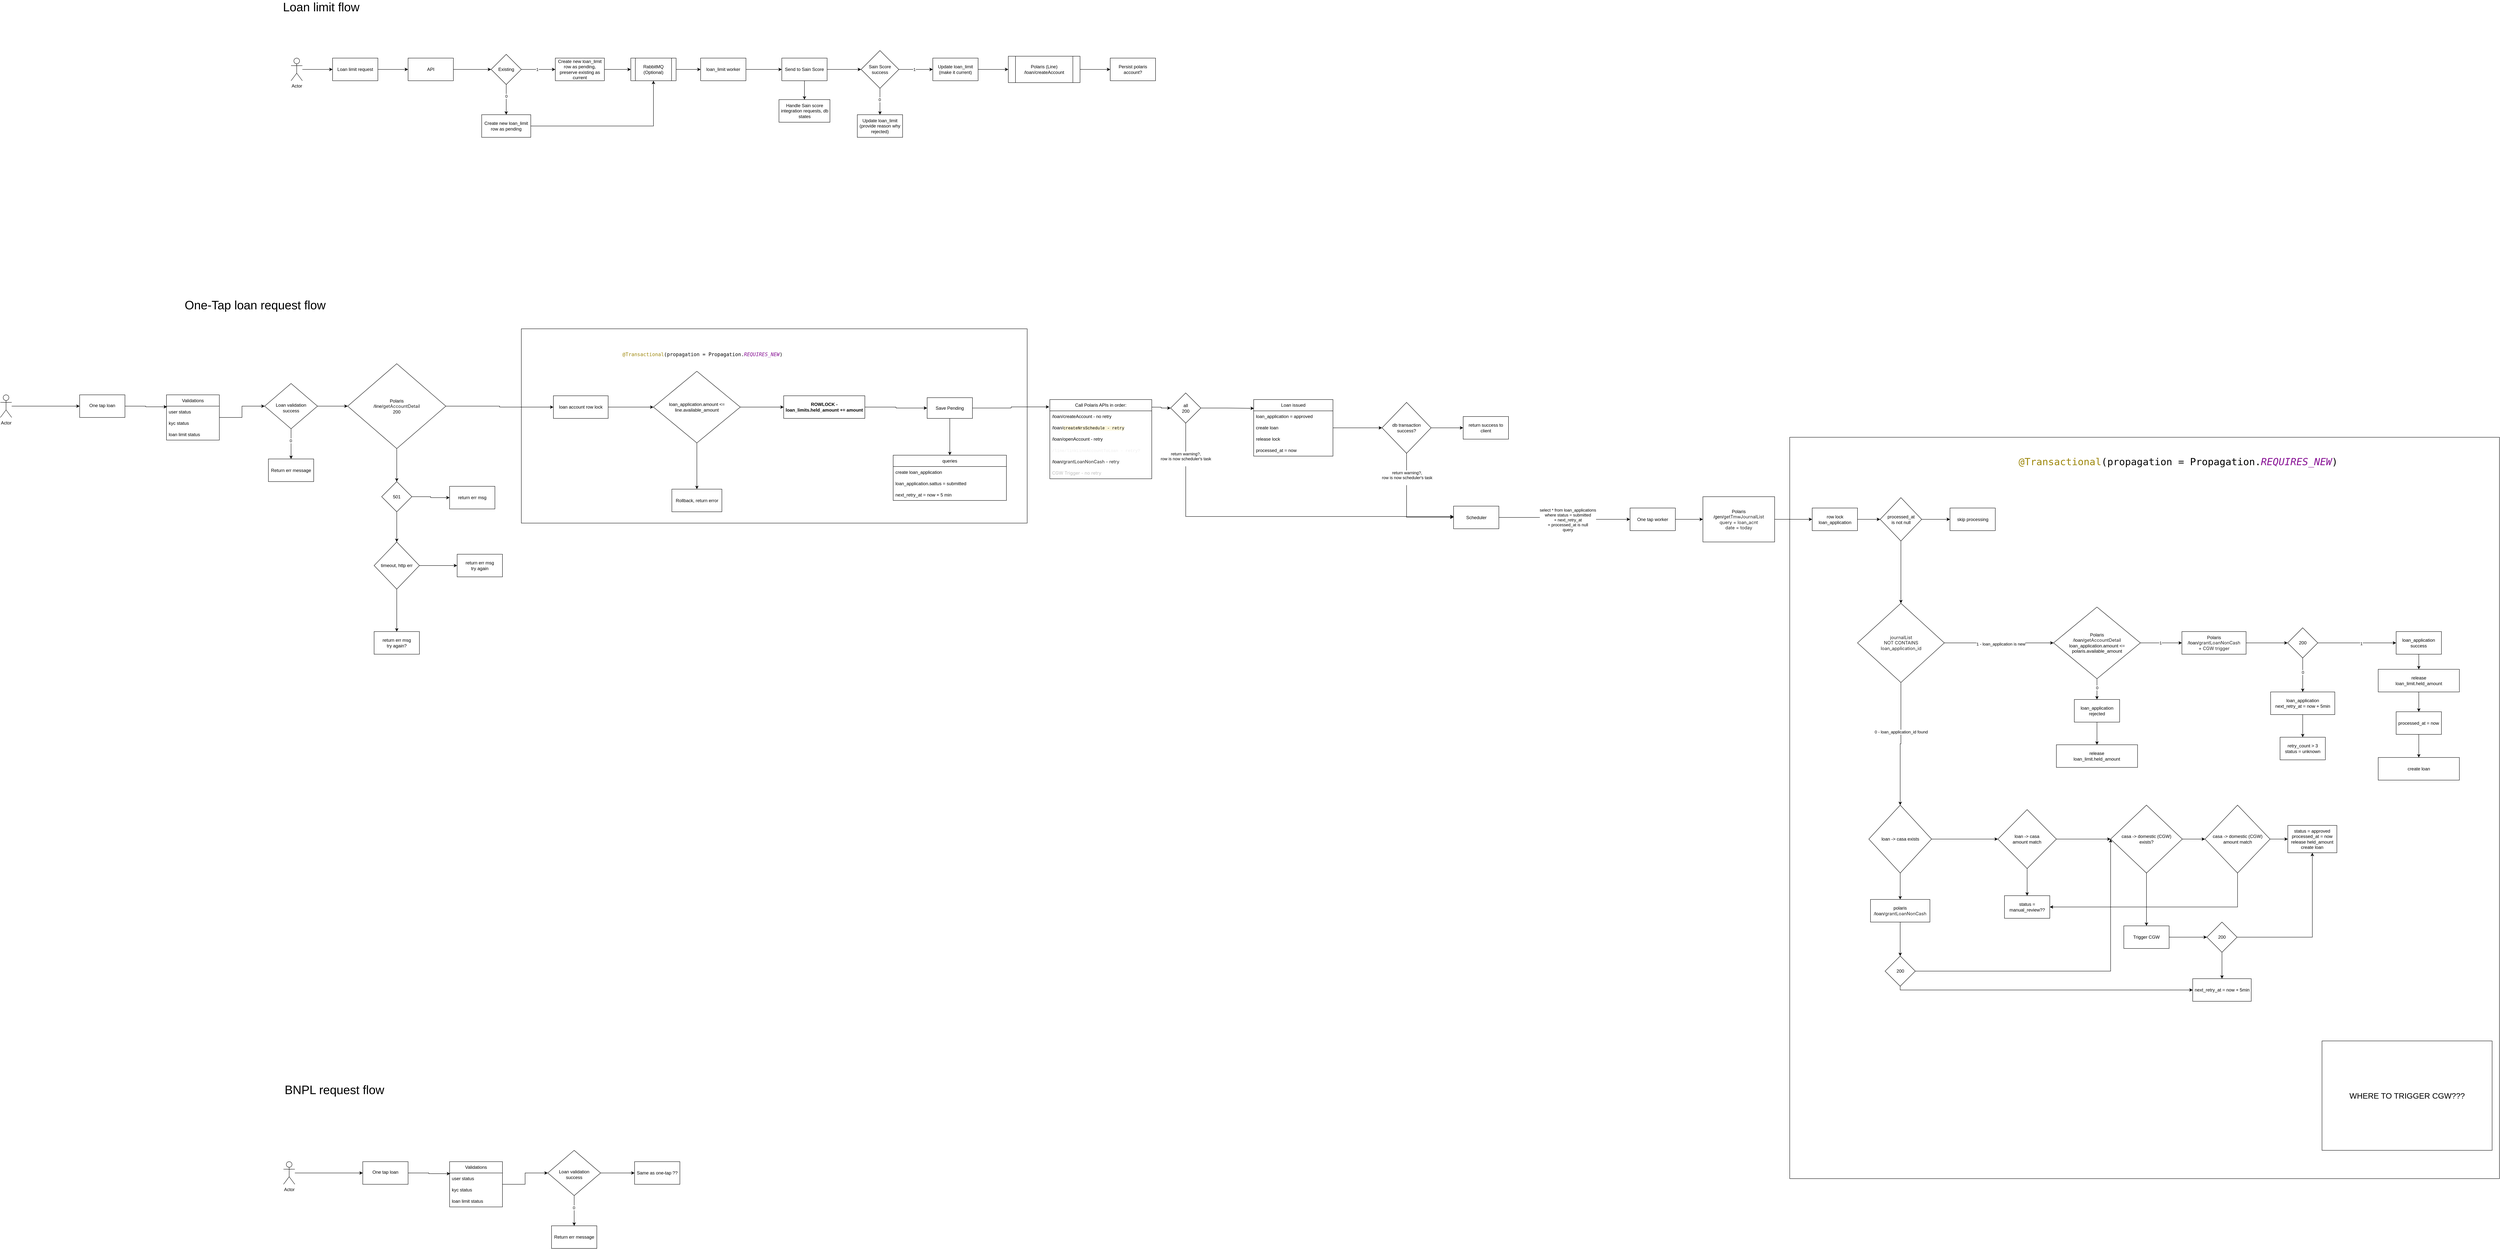
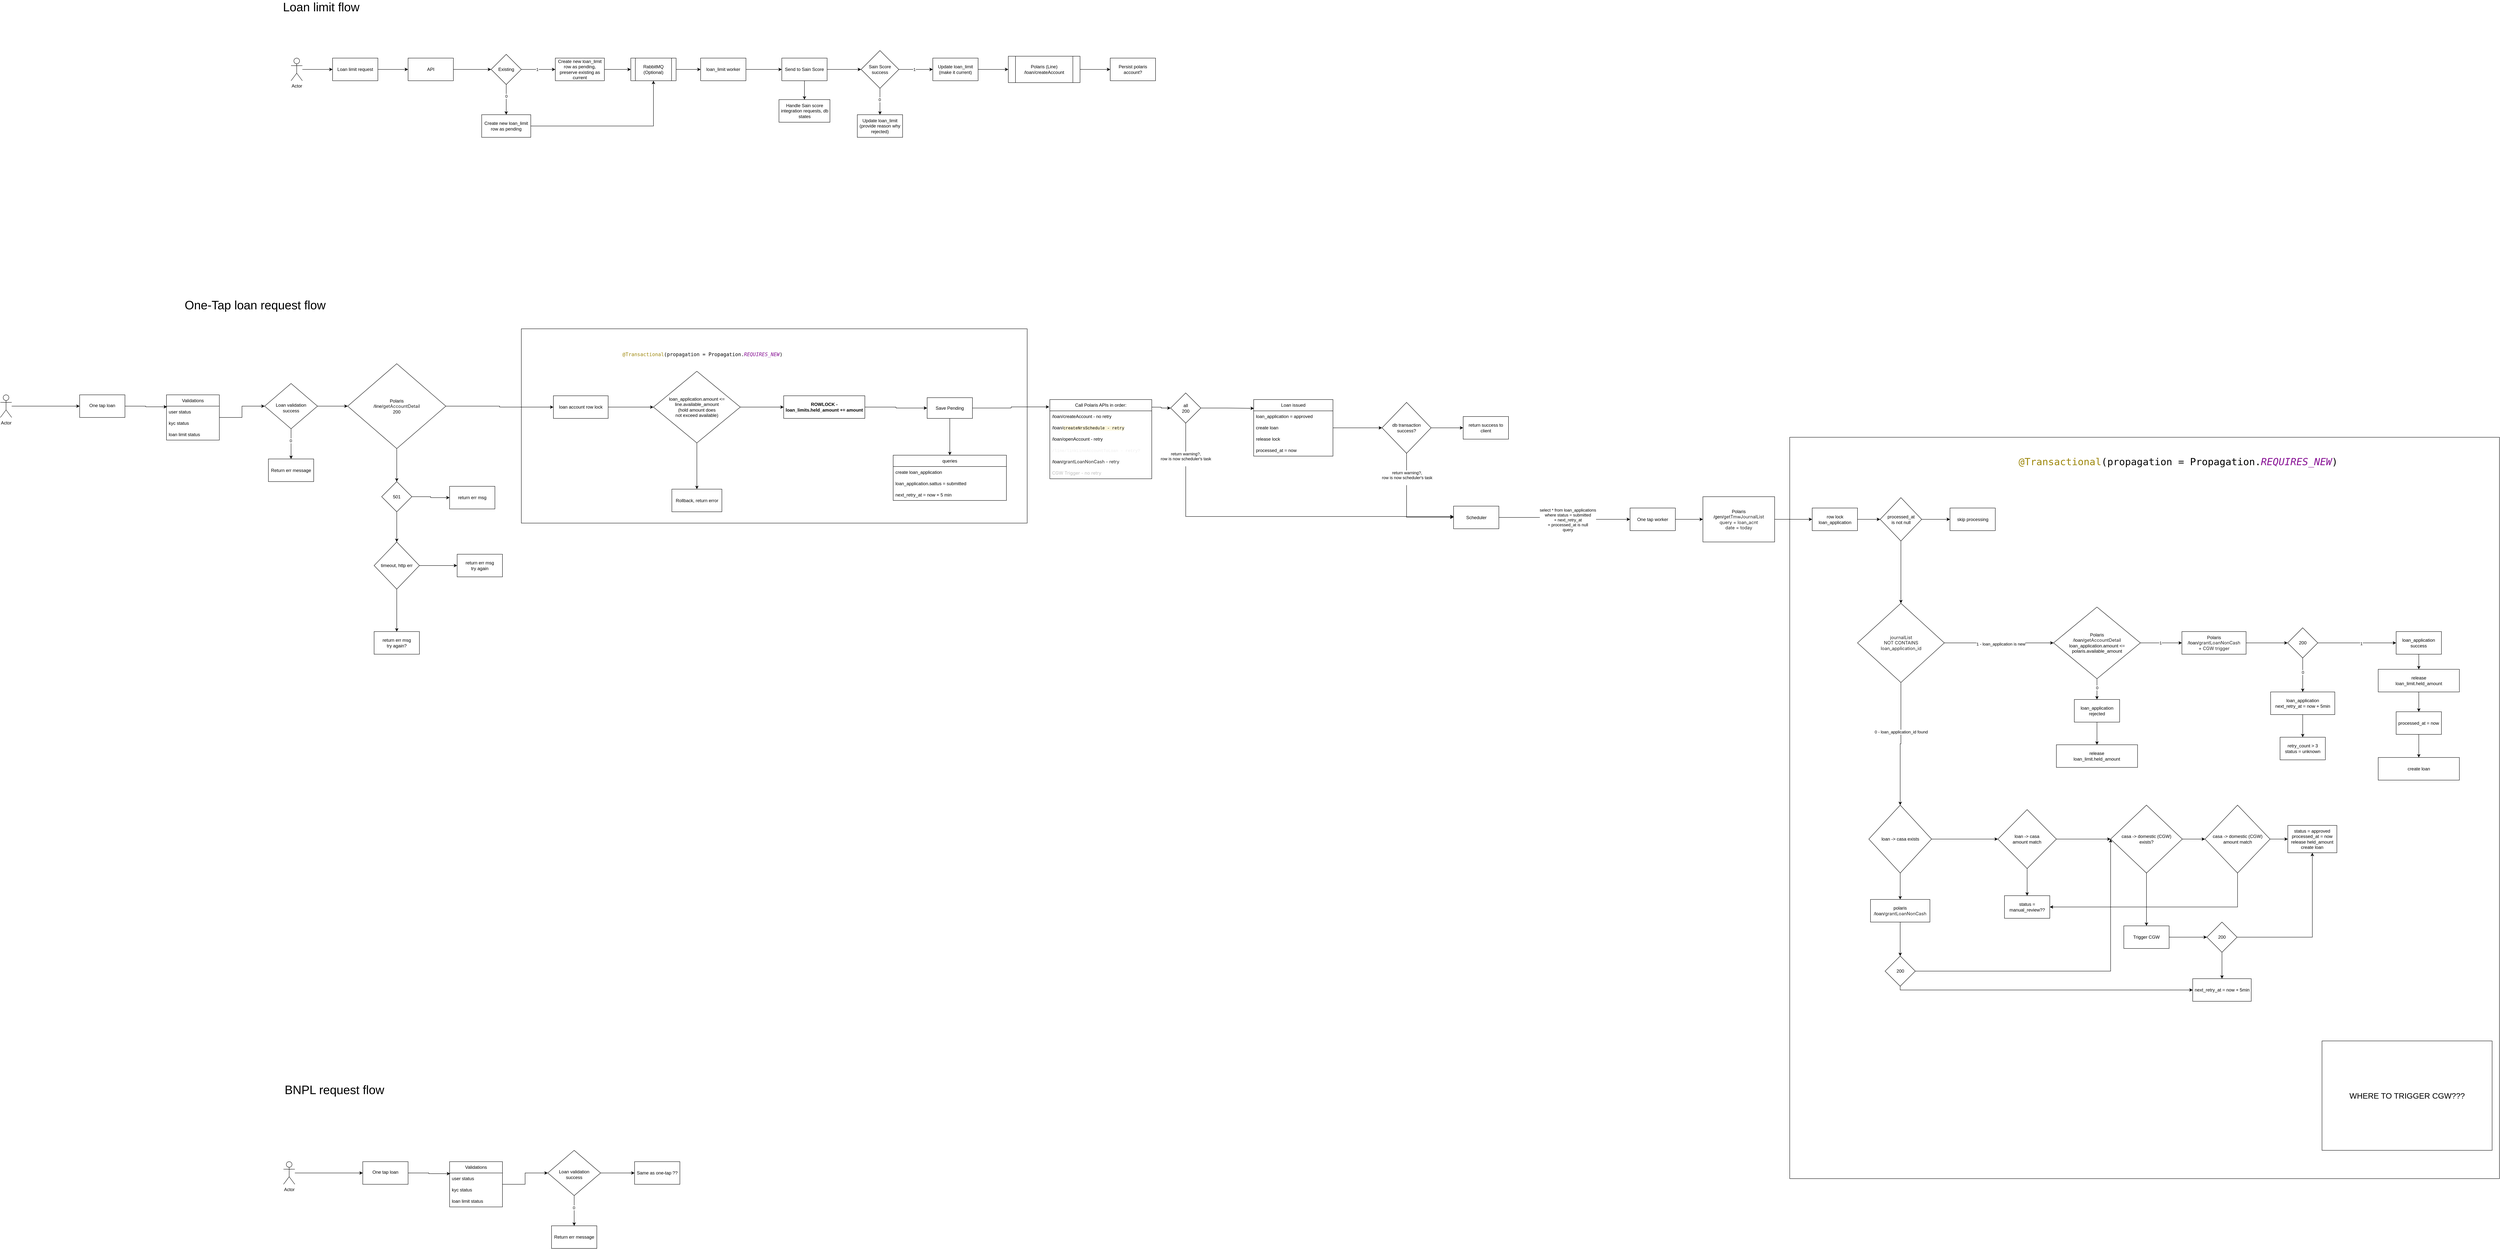
<mxfile host="app.diagrams.net">
  <diagram name="Page-1" id="VCBSuIh8bz7kurrQ0Zaz">
    <mxGraphModel dx="1638" dy="461" grid="1" gridSize="10" guides="1" tooltips="1" connect="1" arrows="1" fold="1" page="1" pageScale="1" pageWidth="850" pageHeight="1100" math="0" shadow="0">
      <root>
        <mxCell id="0" />
        <mxCell id="1" parent="0" />
        <mxCell id="In8fDh9ZLN2M87an2Miy-188" parent="1" style="rounded=0;whiteSpace=wrap;html=1;movable=0;resizable=0;rotatable=0;deletable=0;editable=0;locked=1;connectable=0;" value="" vertex="1">
          <mxGeometry height="1965" width="1880" x="4010" y="1215" as="geometry" />
        </mxCell>
        <mxCell id="In8fDh9ZLN2M87an2Miy-172" parent="1" style="rounded=0;whiteSpace=wrap;html=1;movable=1;resizable=1;rotatable=1;deletable=1;editable=1;locked=0;connectable=1;" value="" vertex="1">
          <mxGeometry height="515" width="1340" x="650" y="927.5" as="geometry" />
        </mxCell>
        <mxCell id="KqixbsF9o6dLofBvsG9t-5" edge="1" parent="1" source="KqixbsF9o6dLofBvsG9t-1" style="edgeStyle=orthogonalEdgeStyle;rounded=0;orthogonalLoop=1;jettySize=auto;html=1;" target="KqixbsF9o6dLofBvsG9t-4" value="">
          <mxGeometry relative="1" as="geometry" />
        </mxCell>
        <mxCell id="KqixbsF9o6dLofBvsG9t-1" parent="1" style="rounded=0;whiteSpace=wrap;html=1;" value="Loan limit request" vertex="1">
          <mxGeometry height="60" width="120" x="150" y="210" as="geometry" />
        </mxCell>
        <mxCell id="KqixbsF9o6dLofBvsG9t-3" edge="1" parent="1" source="KqixbsF9o6dLofBvsG9t-2" style="edgeStyle=orthogonalEdgeStyle;rounded=0;orthogonalLoop=1;jettySize=auto;html=1;" target="KqixbsF9o6dLofBvsG9t-1" value="">
          <mxGeometry relative="1" as="geometry" />
        </mxCell>
        <mxCell id="KqixbsF9o6dLofBvsG9t-2" parent="1" style="shape=umlActor;verticalLabelPosition=bottom;verticalAlign=top;html=1;outlineConnect=0;" value="Actor" vertex="1">
          <mxGeometry height="60" width="30" x="40" y="210" as="geometry" />
        </mxCell>
        <mxCell id="KqixbsF9o6dLofBvsG9t-9" edge="1" parent="1" source="KqixbsF9o6dLofBvsG9t-4" style="edgeStyle=orthogonalEdgeStyle;rounded=0;orthogonalLoop=1;jettySize=auto;html=1;" target="KqixbsF9o6dLofBvsG9t-8" value="">
          <mxGeometry relative="1" as="geometry" />
        </mxCell>
        <mxCell id="KqixbsF9o6dLofBvsG9t-4" parent="1" style="rounded=0;whiteSpace=wrap;html=1;" value="API" vertex="1">
          <mxGeometry height="60" width="120" x="350" y="210" as="geometry" />
        </mxCell>
        <mxCell id="KqixbsF9o6dLofBvsG9t-11" edge="1" parent="1" source="KqixbsF9o6dLofBvsG9t-8" style="edgeStyle=orthogonalEdgeStyle;rounded=0;orthogonalLoop=1;jettySize=auto;html=1;" target="KqixbsF9o6dLofBvsG9t-10" value="">
          <mxGeometry relative="1" as="geometry" />
        </mxCell>
        <mxCell id="KqixbsF9o6dLofBvsG9t-12" connectable="0" parent="KqixbsF9o6dLofBvsG9t-11" style="edgeLabel;html=1;align=center;verticalAlign=middle;resizable=0;points=[];" value="1" vertex="1">
          <mxGeometry relative="1" x="-0.079" as="geometry">
            <mxPoint as="offset" />
          </mxGeometry>
        </mxCell>
        <mxCell id="KqixbsF9o6dLofBvsG9t-14" edge="1" parent="1" source="KqixbsF9o6dLofBvsG9t-8" style="edgeStyle=orthogonalEdgeStyle;rounded=0;orthogonalLoop=1;jettySize=auto;html=1;" target="KqixbsF9o6dLofBvsG9t-13" value="">
          <mxGeometry relative="1" as="geometry" />
        </mxCell>
        <mxCell id="KqixbsF9o6dLofBvsG9t-15" connectable="0" parent="KqixbsF9o6dLofBvsG9t-14" style="edgeLabel;html=1;align=center;verticalAlign=middle;resizable=0;points=[];" value="0" vertex="1">
          <mxGeometry relative="1" x="-0.2407" as="geometry">
            <mxPoint as="offset" />
          </mxGeometry>
        </mxCell>
        <mxCell id="KqixbsF9o6dLofBvsG9t-8" parent="1" style="rhombus;whiteSpace=wrap;html=1;rounded=0;" value="Existing" vertex="1">
          <mxGeometry height="80" width="80" x="570" y="200" as="geometry" />
        </mxCell>
        <mxCell id="KqixbsF9o6dLofBvsG9t-23" edge="1" parent="1" source="KqixbsF9o6dLofBvsG9t-10" style="edgeStyle=orthogonalEdgeStyle;rounded=0;orthogonalLoop=1;jettySize=auto;html=1;" target="KqixbsF9o6dLofBvsG9t-22" value="">
          <mxGeometry relative="1" as="geometry" />
        </mxCell>
        <mxCell id="KqixbsF9o6dLofBvsG9t-10" parent="1" style="whiteSpace=wrap;html=1;rounded=0;" value="Create new loan_limit row as pending, preserve existing as current" vertex="1">
          <mxGeometry height="60" width="130" x="740" y="210" as="geometry" />
        </mxCell>
        <mxCell id="KqixbsF9o6dLofBvsG9t-26" edge="1" parent="1" source="KqixbsF9o6dLofBvsG9t-13" style="edgeStyle=orthogonalEdgeStyle;rounded=0;orthogonalLoop=1;jettySize=auto;html=1;entryX=0.5;entryY=1;entryDx=0;entryDy=0;" target="KqixbsF9o6dLofBvsG9t-22">
          <mxGeometry relative="1" as="geometry" />
        </mxCell>
        <mxCell id="KqixbsF9o6dLofBvsG9t-13" parent="1" style="whiteSpace=wrap;html=1;rounded=0;" value="Create new loan_limit row as pending" vertex="1">
          <mxGeometry height="60" width="130" x="545" y="360" as="geometry" />
        </mxCell>
        <mxCell id="KqixbsF9o6dLofBvsG9t-25" edge="1" parent="1" source="KqixbsF9o6dLofBvsG9t-22" style="edgeStyle=orthogonalEdgeStyle;rounded=0;orthogonalLoop=1;jettySize=auto;html=1;" target="KqixbsF9o6dLofBvsG9t-24" value="">
          <mxGeometry relative="1" as="geometry" />
        </mxCell>
        <mxCell id="KqixbsF9o6dLofBvsG9t-22" parent="1" style="shape=process;whiteSpace=wrap;html=1;backgroundOutline=1;rounded=0;" value="RabbitMQ (Optional)" vertex="1">
          <mxGeometry height="60" width="120" x="940" y="210" as="geometry" />
        </mxCell>
        <mxCell id="KqixbsF9o6dLofBvsG9t-28" edge="1" parent="1" source="KqixbsF9o6dLofBvsG9t-24" style="edgeStyle=orthogonalEdgeStyle;rounded=0;orthogonalLoop=1;jettySize=auto;html=1;" target="KqixbsF9o6dLofBvsG9t-27" value="">
          <mxGeometry relative="1" as="geometry" />
        </mxCell>
        <mxCell id="KqixbsF9o6dLofBvsG9t-24" parent="1" style="whiteSpace=wrap;html=1;rounded=0;" value="loan_limit worker" vertex="1">
          <mxGeometry height="60" width="120" x="1125" y="210" as="geometry" />
        </mxCell>
        <mxCell id="KqixbsF9o6dLofBvsG9t-30" edge="1" parent="1" source="KqixbsF9o6dLofBvsG9t-27" style="edgeStyle=orthogonalEdgeStyle;rounded=0;orthogonalLoop=1;jettySize=auto;html=1;" target="KqixbsF9o6dLofBvsG9t-29" value="">
          <mxGeometry relative="1" as="geometry" />
        </mxCell>
        <mxCell id="KqixbsF9o6dLofBvsG9t-38" edge="1" parent="1" source="KqixbsF9o6dLofBvsG9t-27" style="edgeStyle=orthogonalEdgeStyle;rounded=0;orthogonalLoop=1;jettySize=auto;html=1;" target="KqixbsF9o6dLofBvsG9t-37" value="">
          <mxGeometry relative="1" as="geometry" />
        </mxCell>
        <mxCell id="KqixbsF9o6dLofBvsG9t-27" parent="1" style="whiteSpace=wrap;html=1;rounded=0;" value="Send to Sain Score" vertex="1">
          <mxGeometry height="60" width="120" x="1340" y="210" as="geometry" />
        </mxCell>
        <mxCell id="KqixbsF9o6dLofBvsG9t-32" edge="1" parent="1" source="KqixbsF9o6dLofBvsG9t-29" style="edgeStyle=orthogonalEdgeStyle;rounded=0;orthogonalLoop=1;jettySize=auto;html=1;" target="KqixbsF9o6dLofBvsG9t-31" value="">
          <mxGeometry relative="1" as="geometry" />
        </mxCell>
        <mxCell id="KqixbsF9o6dLofBvsG9t-33" connectable="0" parent="KqixbsF9o6dLofBvsG9t-32" style="edgeLabel;html=1;align=center;verticalAlign=middle;resizable=0;points=[];" value="1" vertex="1">
          <mxGeometry relative="1" x="-0.1048" as="geometry">
            <mxPoint as="offset" />
          </mxGeometry>
        </mxCell>
        <mxCell id="KqixbsF9o6dLofBvsG9t-35" edge="1" parent="1" source="KqixbsF9o6dLofBvsG9t-29" style="edgeStyle=orthogonalEdgeStyle;rounded=0;orthogonalLoop=1;jettySize=auto;html=1;" target="KqixbsF9o6dLofBvsG9t-34" value="">
          <mxGeometry relative="1" as="geometry" />
        </mxCell>
        <mxCell id="KqixbsF9o6dLofBvsG9t-36" connectable="0" parent="KqixbsF9o6dLofBvsG9t-35" style="edgeLabel;html=1;align=center;verticalAlign=middle;resizable=0;points=[];" value="0" vertex="1">
          <mxGeometry relative="1" x="-0.1429" y="-1" as="geometry">
            <mxPoint as="offset" />
          </mxGeometry>
        </mxCell>
        <mxCell id="KqixbsF9o6dLofBvsG9t-29" parent="1" style="rhombus;whiteSpace=wrap;html=1;rounded=0;" value="Sain Score success" vertex="1">
          <mxGeometry height="100" width="100" x="1550" y="190" as="geometry" />
        </mxCell>
        <mxCell id="KqixbsF9o6dLofBvsG9t-66" edge="1" parent="1" source="KqixbsF9o6dLofBvsG9t-31" style="edgeStyle=orthogonalEdgeStyle;rounded=0;orthogonalLoop=1;jettySize=auto;html=1;" target="KqixbsF9o6dLofBvsG9t-65" value="">
          <mxGeometry relative="1" as="geometry" />
        </mxCell>
        <mxCell id="KqixbsF9o6dLofBvsG9t-31" parent="1" style="whiteSpace=wrap;html=1;rounded=0;" value="Update loan_limit (make it current)" vertex="1">
          <mxGeometry height="60" width="120" x="1740" y="210" as="geometry" />
        </mxCell>
        <mxCell id="KqixbsF9o6dLofBvsG9t-34" parent="1" style="whiteSpace=wrap;html=1;rounded=0;" value="Update loan_limit&lt;br&gt;(provide reason why rejected)" vertex="1">
          <mxGeometry height="60" width="120" x="1540" y="360" as="geometry" />
        </mxCell>
        <mxCell id="KqixbsF9o6dLofBvsG9t-37" parent="1" style="whiteSpace=wrap;html=1;rounded=0;" value="Handle Sain score integration requests, db states" vertex="1">
          <mxGeometry height="60" width="135" x="1332.5" y="320" as="geometry" />
        </mxCell>
        <mxCell id="KqixbsF9o6dLofBvsG9t-40" parent="1" style="text;html=1;whiteSpace=wrap;strokeColor=none;fillColor=none;align=center;verticalAlign=middle;rounded=0;fontSize=32;" value="Loan limit flow" vertex="1">
          <mxGeometry height="30" width="260" x="-10" y="60" as="geometry" />
        </mxCell>
        <mxCell id="KqixbsF9o6dLofBvsG9t-74" edge="1" parent="1" source="KqixbsF9o6dLofBvsG9t-65" style="edgeStyle=orthogonalEdgeStyle;rounded=0;orthogonalLoop=1;jettySize=auto;html=1;" target="KqixbsF9o6dLofBvsG9t-73" value="">
          <mxGeometry relative="1" as="geometry" />
        </mxCell>
        <mxCell id="KqixbsF9o6dLofBvsG9t-65" parent="1" style="shape=process;whiteSpace=wrap;html=1;backgroundOutline=1;rounded=0;" value="Polaris (Line)&lt;br&gt;/loan/createAccount" vertex="1">
          <mxGeometry height="70" width="190" x="1940" y="205" as="geometry" />
        </mxCell>
        <mxCell id="KqixbsF9o6dLofBvsG9t-73" parent="1" style="whiteSpace=wrap;html=1;rounded=0;" value="Persist polaris account?" vertex="1">
          <mxGeometry height="60" width="120" x="2210" y="210" as="geometry" />
        </mxCell>
        <mxCell id="U8Ajh8Gpa-m2DNKNFQys-1" parent="1" style="text;html=1;whiteSpace=wrap;strokeColor=none;fillColor=none;align=center;verticalAlign=middle;rounded=0;fontSize=32;" value="One-Tap loan request flow" vertex="1">
          <mxGeometry height="30" width="470" x="-290" y="850" as="geometry" />
        </mxCell>
        <mxCell id="In8fDh9ZLN2M87an2Miy-1" edge="1" parent="1" source="In8fDh9ZLN2M87an2Miy-2" style="edgeStyle=orthogonalEdgeStyle;rounded=0;orthogonalLoop=1;jettySize=auto;html=1;" target="In8fDh9ZLN2M87an2Miy-4" value="">
          <mxGeometry relative="1" as="geometry" />
        </mxCell>
        <mxCell id="In8fDh9ZLN2M87an2Miy-2" parent="1" style="shape=umlActor;verticalLabelPosition=bottom;verticalAlign=top;html=1;outlineConnect=0;" value="Actor" vertex="1">
          <mxGeometry height="60" width="30" x="-730" y="1102.5" as="geometry" />
        </mxCell>
        <mxCell id="In8fDh9ZLN2M87an2Miy-3" edge="1" parent="1" source="In8fDh9ZLN2M87an2Miy-4" style="edgeStyle=orthogonalEdgeStyle;rounded=0;orthogonalLoop=1;jettySize=auto;html=1;entryX=0.011;entryY=0.06;entryDx=0;entryDy=0;entryPerimeter=0;" target="In8fDh9ZLN2M87an2Miy-28" value="">
          <mxGeometry relative="1" as="geometry">
            <mxPoint x="-310" y="1132.5" as="targetPoint" />
          </mxGeometry>
        </mxCell>
        <mxCell id="In8fDh9ZLN2M87an2Miy-4" parent="1" style="whiteSpace=wrap;html=1;verticalAlign=top;" value="&lt;div&gt;&lt;br&gt;&lt;/div&gt;&lt;div&gt;One tap loan&lt;/div&gt;" vertex="1">
          <mxGeometry height="60" width="120" x="-520" y="1102.5" as="geometry" />
        </mxCell>
        <mxCell id="In8fDh9ZLN2M87an2Miy-7" edge="1" parent="1" source="In8fDh9ZLN2M87an2Miy-9" style="edgeStyle=orthogonalEdgeStyle;rounded=0;orthogonalLoop=1;jettySize=auto;html=1;" target="In8fDh9ZLN2M87an2Miy-13" value="">
          <mxGeometry relative="1" as="geometry" />
        </mxCell>
        <mxCell id="In8fDh9ZLN2M87an2Miy-8" connectable="0" parent="In8fDh9ZLN2M87an2Miy-7" style="edgeLabel;html=1;align=center;verticalAlign=middle;resizable=0;points=[];" value="0" vertex="1">
          <mxGeometry relative="1" x="-0.2091" y="-1" as="geometry">
            <mxPoint as="offset" />
          </mxGeometry>
        </mxCell>
        <mxCell id="In8fDh9ZLN2M87an2Miy-230" edge="1" parent="1" source="In8fDh9ZLN2M87an2Miy-9" style="edgeStyle=orthogonalEdgeStyle;rounded=0;orthogonalLoop=1;jettySize=auto;html=1;" target="In8fDh9ZLN2M87an2Miy-228">
          <mxGeometry relative="1" as="geometry" />
        </mxCell>
        <mxCell id="In8fDh9ZLN2M87an2Miy-9" parent="1" style="rhombus;whiteSpace=wrap;html=1;verticalAlign=top;" value="&lt;br&gt;&lt;br&gt;&lt;div&gt;&lt;br&gt;&lt;/div&gt;&lt;div&gt;Loan validation&lt;br&gt;success&lt;/div&gt;" vertex="1">
          <mxGeometry height="120" width="140" x="-30" y="1072.5" as="geometry" />
        </mxCell>
        <mxCell id="In8fDh9ZLN2M87an2Miy-10" edge="1" parent="1" source="In8fDh9ZLN2M87an2Miy-12" style="edgeStyle=orthogonalEdgeStyle;rounded=0;orthogonalLoop=1;jettySize=auto;html=1;entryX=0.5;entryY=0;entryDx=0;entryDy=0;" target="In8fDh9ZLN2M87an2Miy-14">
          <mxGeometry relative="1" as="geometry" />
        </mxCell>
        <mxCell id="In8fDh9ZLN2M87an2Miy-54" edge="1" parent="1" source="In8fDh9ZLN2M87an2Miy-105" style="edgeStyle=orthogonalEdgeStyle;rounded=0;orthogonalLoop=1;jettySize=auto;html=1;exitX=1;exitY=0.5;exitDx=0;exitDy=0;" target="In8fDh9ZLN2M87an2Miy-53" value="">
          <mxGeometry relative="1" as="geometry">
            <mxPoint x="3329.5" y="1432.5" as="sourcePoint" />
          </mxGeometry>
        </mxCell>
        <mxCell id="In8fDh9ZLN2M87an2Miy-55" connectable="0" parent="In8fDh9ZLN2M87an2Miy-54" style="edgeLabel;html=1;align=center;verticalAlign=middle;resizable=0;points=[];" value="select * from loan_applications&lt;br&gt;where status = submitted&lt;br&gt;+ next_retry_at&lt;br&gt;+ processed_at is null&lt;br&gt;query" vertex="1">
          <mxGeometry relative="1" x="0.0637" y="-1" as="geometry">
            <mxPoint as="offset" />
          </mxGeometry>
        </mxCell>
        <mxCell id="In8fDh9ZLN2M87an2Miy-246" edge="1" parent="1" source="In8fDh9ZLN2M87an2Miy-12" style="edgeStyle=orthogonalEdgeStyle;rounded=0;orthogonalLoop=1;jettySize=auto;html=1;entryX=-0.006;entryY=0.093;entryDx=0;entryDy=0;entryPerimeter=0;" target="In8fDh9ZLN2M87an2Miy-247">
          <mxGeometry relative="1" as="geometry">
            <mxPoint x="2090" y="1137.5" as="targetPoint" />
          </mxGeometry>
        </mxCell>
        <mxCell id="In8fDh9ZLN2M87an2Miy-12" parent="1" style="whiteSpace=wrap;html=1;verticalAlign=middle;" value="Save Pending" vertex="1">
          <mxGeometry height="55" width="120" x="1725" y="1110" as="geometry" />
        </mxCell>
        <mxCell id="In8fDh9ZLN2M87an2Miy-13" parent="1" style="whiteSpace=wrap;html=1;verticalAlign=middle;" value="Return err message" vertex="1">
          <mxGeometry height="60" width="120" x="-20" y="1272.5" as="geometry" />
        </mxCell>
        <mxCell id="In8fDh9ZLN2M87an2Miy-14" parent="1" style="swimlane;fontStyle=0;childLayout=stackLayout;horizontal=1;startSize=30;horizontalStack=0;resizeParent=1;resizeParentMax=0;resizeLast=0;collapsible=1;marginBottom=0;whiteSpace=wrap;html=1;" value="queries" vertex="1">
          <mxGeometry height="120" width="300" x="1635" y="1262.5" as="geometry" />
        </mxCell>
        <mxCell id="In8fDh9ZLN2M87an2Miy-15" parent="In8fDh9ZLN2M87an2Miy-14" style="text;strokeColor=none;fillColor=none;align=left;verticalAlign=middle;spacingLeft=4;spacingRight=4;overflow=hidden;points=[[0,0.5],[1,0.5]];portConstraint=eastwest;rotatable=0;whiteSpace=wrap;html=1;" value="create loan_application" vertex="1">
          <mxGeometry height="30" width="300" y="30" as="geometry" />
        </mxCell>
        <mxCell id="In8fDh9ZLN2M87an2Miy-104" parent="In8fDh9ZLN2M87an2Miy-14" style="text;strokeColor=none;fillColor=none;align=left;verticalAlign=middle;spacingLeft=4;spacingRight=4;overflow=hidden;points=[[0,0.5],[1,0.5]];portConstraint=eastwest;rotatable=0;whiteSpace=wrap;html=1;" value="loan_application.sattus = submitted" vertex="1">
          <mxGeometry height="30" width="300" y="60" as="geometry" />
        </mxCell>
        <mxCell id="In8fDh9ZLN2M87an2Miy-17" parent="In8fDh9ZLN2M87an2Miy-14" style="text;strokeColor=none;fillColor=none;align=left;verticalAlign=middle;spacingLeft=4;spacingRight=4;overflow=hidden;points=[[0,0.5],[1,0.5]];portConstraint=eastwest;rotatable=0;whiteSpace=wrap;html=1;" value="next_retry_at = now + 5 min" vertex="1">
          <mxGeometry height="30" width="300" y="90" as="geometry" />
        </mxCell>
        <mxCell id="In8fDh9ZLN2M87an2Miy-32" edge="1" parent="1" source="In8fDh9ZLN2M87an2Miy-27" style="edgeStyle=orthogonalEdgeStyle;rounded=0;orthogonalLoop=1;jettySize=auto;html=1;entryX=0;entryY=0.5;entryDx=0;entryDy=0;" target="In8fDh9ZLN2M87an2Miy-9">
          <mxGeometry relative="1" as="geometry" />
        </mxCell>
        <mxCell id="In8fDh9ZLN2M87an2Miy-27" parent="1" style="swimlane;fontStyle=0;childLayout=stackLayout;horizontal=1;startSize=30;horizontalStack=0;resizeParent=1;resizeParentMax=0;resizeLast=0;collapsible=1;marginBottom=0;whiteSpace=wrap;html=1;" value="Validations" vertex="1">
          <mxGeometry height="120" width="140" x="-290" y="1102.5" as="geometry" />
        </mxCell>
        <mxCell id="In8fDh9ZLN2M87an2Miy-28" parent="In8fDh9ZLN2M87an2Miy-27" style="text;strokeColor=none;fillColor=none;align=left;verticalAlign=middle;spacingLeft=4;spacingRight=4;overflow=hidden;points=[[0,0.5],[1,0.5]];portConstraint=eastwest;rotatable=0;whiteSpace=wrap;html=1;" value="user status" vertex="1">
          <mxGeometry height="30" width="140" y="30" as="geometry" />
        </mxCell>
        <mxCell id="In8fDh9ZLN2M87an2Miy-29" parent="In8fDh9ZLN2M87an2Miy-27" style="text;strokeColor=none;fillColor=none;align=left;verticalAlign=middle;spacingLeft=4;spacingRight=4;overflow=hidden;points=[[0,0.5],[1,0.5]];portConstraint=eastwest;rotatable=0;whiteSpace=wrap;html=1;" value="kyc status" vertex="1">
          <mxGeometry height="30" width="140" y="60" as="geometry" />
        </mxCell>
        <mxCell id="In8fDh9ZLN2M87an2Miy-33" parent="In8fDh9ZLN2M87an2Miy-27" style="text;strokeColor=none;fillColor=none;align=left;verticalAlign=middle;spacingLeft=4;spacingRight=4;overflow=hidden;points=[[0,0.5],[1,0.5]];portConstraint=eastwest;rotatable=0;whiteSpace=wrap;html=1;" value="loan limit status" vertex="1">
          <mxGeometry height="30" width="140" y="90" as="geometry" />
        </mxCell>
        <mxCell id="In8fDh9ZLN2M87an2Miy-116" edge="1" parent="1" source="In8fDh9ZLN2M87an2Miy-53" style="edgeStyle=orthogonalEdgeStyle;rounded=0;orthogonalLoop=1;jettySize=auto;html=1;entryX=0;entryY=0.5;entryDx=0;entryDy=0;" target="In8fDh9ZLN2M87an2Miy-68">
          <mxGeometry relative="1" as="geometry" />
        </mxCell>
        <mxCell id="In8fDh9ZLN2M87an2Miy-53" parent="1" style="whiteSpace=wrap;html=1;" value="One tap worker" vertex="1">
          <mxGeometry height="60" width="120" x="3587" y="1402.5" as="geometry" />
        </mxCell>
        <mxCell id="In8fDh9ZLN2M87an2Miy-67" edge="1" parent="1" source="In8fDh9ZLN2M87an2Miy-58" style="edgeStyle=orthogonalEdgeStyle;rounded=0;orthogonalLoop=1;jettySize=auto;html=1;entryX=0;entryY=0.5;entryDx=0;entryDy=0;" target="In8fDh9ZLN2M87an2Miy-66" value="">
          <mxGeometry relative="1" as="geometry">
            <mxPoint x="5343.87" y="1760" as="targetPoint" />
          </mxGeometry>
        </mxCell>
        <mxCell id="In8fDh9ZLN2M87an2Miy-58" parent="1" style="whiteSpace=wrap;html=1;" value="Polaris /loan/&lt;span style=&quot;color: rgb(33, 33, 33); font-family: Inter, system-ui, -apple-system, &amp;quot;system-ui&amp;quot;, &amp;quot;Segoe UI&amp;quot;, Roboto, Oxygen, Ubuntu, Cantarell, &amp;quot;Fira Sans&amp;quot;, &amp;quot;Droid Sans&amp;quot;, Helvetica, Arial, sans-serif; text-align: left; white-space: pre-wrap; background-color: rgb(255, 255, 255);&quot;&gt;grantLoanNonCash&lt;br/&gt;+ CGW trigger&lt;/span&gt;" vertex="1">
          <mxGeometry height="60" width="170" x="5048.87" y="1730" as="geometry" />
        </mxCell>
        <mxCell id="In8fDh9ZLN2M87an2Miy-62" edge="1" parent="1" source="In8fDh9ZLN2M87an2Miy-59" style="edgeStyle=orthogonalEdgeStyle;rounded=0;orthogonalLoop=1;jettySize=auto;html=1;" target="In8fDh9ZLN2M87an2Miy-61" value="">
          <mxGeometry relative="1" as="geometry" />
        </mxCell>
        <mxCell id="In8fDh9ZLN2M87an2Miy-91" connectable="0" parent="In8fDh9ZLN2M87an2Miy-62" style="edgeLabel;html=1;align=center;verticalAlign=middle;resizable=0;points=[];" value="0" vertex="1">
          <mxGeometry relative="1" x="-0.1431" as="geometry">
            <mxPoint as="offset" />
          </mxGeometry>
        </mxCell>
        <mxCell id="In8fDh9ZLN2M87an2Miy-65" edge="1" parent="1" source="In8fDh9ZLN2M87an2Miy-59" style="edgeStyle=orthogonalEdgeStyle;rounded=0;orthogonalLoop=1;jettySize=auto;html=1;" target="In8fDh9ZLN2M87an2Miy-58">
          <mxGeometry relative="1" as="geometry" />
        </mxCell>
        <mxCell id="In8fDh9ZLN2M87an2Miy-90" connectable="0" parent="In8fDh9ZLN2M87an2Miy-65" style="edgeLabel;html=1;align=center;verticalAlign=middle;resizable=0;points=[];" value="1" vertex="1">
          <mxGeometry relative="1" x="-0.0451" as="geometry">
            <mxPoint as="offset" />
          </mxGeometry>
        </mxCell>
        <mxCell id="In8fDh9ZLN2M87an2Miy-59" parent="1" style="rhombus;whiteSpace=wrap;html=1;" value="Polaris&lt;br&gt;/loan/&lt;span style=&quot;color: rgb(33, 33, 33); font-family: Inter, system-ui, -apple-system, &amp;quot;system-ui&amp;quot;, &amp;quot;Segoe UI&amp;quot;, Roboto, Oxygen, Ubuntu, Cantarell, &amp;quot;Fira Sans&amp;quot;, &amp;quot;Droid Sans&amp;quot;, Helvetica, Arial, sans-serif; text-align: left; white-space: pre-wrap; background-color: rgb(255, 255, 255);&quot;&gt;getAccountDetail&lt;/span&gt;&lt;br&gt;loan_application.amount &amp;lt;= polaris.available_amount" vertex="1">
          <mxGeometry height="190" width="230" x="4708.87" y="1665" as="geometry" />
        </mxCell>
        <mxCell id="In8fDh9ZLN2M87an2Miy-64" edge="1" parent="1" source="In8fDh9ZLN2M87an2Miy-61" style="edgeStyle=orthogonalEdgeStyle;rounded=0;orthogonalLoop=1;jettySize=auto;html=1;" target="In8fDh9ZLN2M87an2Miy-63" value="">
          <mxGeometry relative="1" as="geometry" />
        </mxCell>
        <mxCell id="In8fDh9ZLN2M87an2Miy-61" parent="1" style="whiteSpace=wrap;html=1;" value="loan_application&lt;br&gt;rejected" vertex="1">
          <mxGeometry height="60" width="120" x="4763.87" y="1910" as="geometry" />
        </mxCell>
        <mxCell id="In8fDh9ZLN2M87an2Miy-63" parent="1" style="whiteSpace=wrap;html=1;" value="release &lt;br&gt;loan_limit.held_amount" vertex="1">
          <mxGeometry height="60" width="215" x="4716.37" y="2030" as="geometry" />
        </mxCell>
        <mxCell id="In8fDh9ZLN2M87an2Miy-81" edge="1" parent="1" source="In8fDh9ZLN2M87an2Miy-66" style="edgeStyle=orthogonalEdgeStyle;rounded=0;orthogonalLoop=1;jettySize=auto;html=1;entryX=0;entryY=0.5;entryDx=0;entryDy=0;" target="In8fDh9ZLN2M87an2Miy-79">
          <mxGeometry relative="1" as="geometry" />
        </mxCell>
        <mxCell id="In8fDh9ZLN2M87an2Miy-92" connectable="0" parent="In8fDh9ZLN2M87an2Miy-81" style="edgeLabel;html=1;align=center;verticalAlign=middle;resizable=0;points=[];" value="1" vertex="1">
          <mxGeometry relative="1" x="0.1055" y="-2" as="geometry">
            <mxPoint as="offset" />
          </mxGeometry>
        </mxCell>
        <mxCell id="In8fDh9ZLN2M87an2Miy-83" edge="1" parent="1" source="In8fDh9ZLN2M87an2Miy-66" style="edgeStyle=orthogonalEdgeStyle;rounded=0;orthogonalLoop=1;jettySize=auto;html=1;" target="In8fDh9ZLN2M87an2Miy-82" value="">
          <mxGeometry relative="1" as="geometry" />
        </mxCell>
        <mxCell id="In8fDh9ZLN2M87an2Miy-93" connectable="0" parent="In8fDh9ZLN2M87an2Miy-83" style="edgeLabel;html=1;align=center;verticalAlign=middle;resizable=0;points=[];" value="0" vertex="1">
          <mxGeometry relative="1" x="-0.1623" as="geometry">
            <mxPoint as="offset" />
          </mxGeometry>
        </mxCell>
        <mxCell id="In8fDh9ZLN2M87an2Miy-66" parent="1" style="rhombus;whiteSpace=wrap;html=1;" value="200" vertex="1">
          <mxGeometry height="80" width="80" x="5328.87" y="1720" as="geometry" />
        </mxCell>
        <mxCell id="In8fDh9ZLN2M87an2Miy-119" edge="1" parent="1" source="In8fDh9ZLN2M87an2Miy-68" style="edgeStyle=orthogonalEdgeStyle;rounded=0;orthogonalLoop=1;jettySize=auto;html=1;" target="In8fDh9ZLN2M87an2Miy-118" value="">
          <mxGeometry relative="1" as="geometry" />
        </mxCell>
        <mxCell id="In8fDh9ZLN2M87an2Miy-68" parent="1" style="whiteSpace=wrap;html=1;" value="Polaris&lt;br&gt;/gen/&lt;span style=&quot;white-space: pre-wrap; color: rgb(33, 33, 33); font-family: Inter, system-ui, -apple-system, &amp;quot;system-ui&amp;quot;, &amp;quot;Segoe UI&amp;quot;, Roboto, Oxygen, Ubuntu, Cantarell, &amp;quot;Fira Sans&amp;quot;, &amp;quot;Droid Sans&amp;quot;, Helvetica, Arial, sans-serif; text-align: left; background-color: rgb(255, 255, 255);&quot;&gt;getTmwJournalList&lt;br&gt;query = loan_acnt&lt;br/&gt;date = today&lt;/span&gt;" vertex="1">
          <mxGeometry height="120" width="190" x="3780" y="1372.5" as="geometry" />
        </mxCell>
        <mxCell id="In8fDh9ZLN2M87an2Miy-71" edge="1" parent="1" source="In8fDh9ZLN2M87an2Miy-69" style="edgeStyle=orthogonalEdgeStyle;rounded=0;orthogonalLoop=1;jettySize=auto;html=1;entryX=0;entryY=0.5;entryDx=0;entryDy=0;" target="In8fDh9ZLN2M87an2Miy-59">
          <mxGeometry relative="1" as="geometry" />
        </mxCell>
        <mxCell id="In8fDh9ZLN2M87an2Miy-77" connectable="0" parent="In8fDh9ZLN2M87an2Miy-71" style="edgeLabel;html=1;align=center;verticalAlign=middle;resizable=0;points=[];" value="1 - loan_application is new" vertex="1">
          <mxGeometry relative="1" x="0.0312" y="-3" as="geometry">
            <mxPoint as="offset" />
          </mxGeometry>
        </mxCell>
        <mxCell id="In8fDh9ZLN2M87an2Miy-73" edge="1" parent="1" source="In8fDh9ZLN2M87an2Miy-69" style="edgeStyle=orthogonalEdgeStyle;rounded=0;orthogonalLoop=1;jettySize=auto;html=1;entryX=0.5;entryY=0;entryDx=0;entryDy=0;" target="In8fDh9ZLN2M87an2Miy-111" value="">
          <mxGeometry relative="1" as="geometry">
            <mxPoint x="4303.87" y="1960" as="targetPoint" />
          </mxGeometry>
        </mxCell>
        <mxCell id="In8fDh9ZLN2M87an2Miy-74" connectable="0" parent="In8fDh9ZLN2M87an2Miy-73" style="edgeLabel;html=1;align=center;verticalAlign=middle;resizable=0;points=[];" value="0 - loan_application_id found" vertex="1">
          <mxGeometry relative="1" x="-0.1975" as="geometry">
            <mxPoint as="offset" />
          </mxGeometry>
        </mxCell>
        <mxCell id="In8fDh9ZLN2M87an2Miy-69" parent="1" style="rhombus;whiteSpace=wrap;html=1;verticalAlign=middle;" value="&lt;div style=&quot;text-align: center;&quot;&gt;&lt;span style=&quot;background-color: light-dark(rgb(255, 255, 255), rgb(18, 18, 18)); color: light-dark(rgb(33, 33, 33), rgb(209, 209, 209)); font-family: Inter, system-ui, -apple-system, &amp;quot;system-ui&amp;quot;, &amp;quot;Segoe UI&amp;quot;, Roboto, Oxygen, Ubuntu, Cantarell, &amp;quot;Fira Sans&amp;quot;, &amp;quot;Droid Sans&amp;quot;, Helvetica, Arial, sans-serif; text-align: left; white-space: pre-wrap;&quot;&gt;journalList&lt;br&gt;NOT CONTAINS&lt;/span&gt;&lt;/div&gt;&lt;span style=&quot;white-space: pre-wrap; color: rgb(33, 33, 33); font-family: Inter, system-ui, -apple-system, &amp;quot;system-ui&amp;quot;, &amp;quot;Segoe UI&amp;quot;, Roboto, Oxygen, Ubuntu, Cantarell, &amp;quot;Fira Sans&amp;quot;, &amp;quot;Droid Sans&amp;quot;, Helvetica, Arial, sans-serif; text-align: left; background-color: rgb(255, 255, 255);&quot;&gt;loan_application_id&lt;/span&gt;" vertex="1">
          <mxGeometry height="210" width="230" x="4189.5" y="1655" as="geometry" />
        </mxCell>
        <mxCell id="In8fDh9ZLN2M87an2Miy-78" edge="1" parent="1" source="In8fDh9ZLN2M87an2Miy-79" style="edgeStyle=orthogonalEdgeStyle;rounded=0;orthogonalLoop=1;jettySize=auto;html=1;" target="In8fDh9ZLN2M87an2Miy-80" value="">
          <mxGeometry relative="1" as="geometry" />
        </mxCell>
        <mxCell id="In8fDh9ZLN2M87an2Miy-79" parent="1" style="whiteSpace=wrap;html=1;" value="loan_application&lt;br&gt;success" vertex="1">
          <mxGeometry height="60" width="120" x="5616.37" y="1730" as="geometry" />
        </mxCell>
        <mxCell id="In8fDh9ZLN2M87an2Miy-132" edge="1" parent="1" source="In8fDh9ZLN2M87an2Miy-80" style="edgeStyle=orthogonalEdgeStyle;rounded=0;orthogonalLoop=1;jettySize=auto;html=1;" target="In8fDh9ZLN2M87an2Miy-131" value="">
          <mxGeometry relative="1" as="geometry" />
        </mxCell>
        <mxCell id="In8fDh9ZLN2M87an2Miy-80" parent="1" style="whiteSpace=wrap;html=1;" value="release &lt;br&gt;loan_limit.held_amount" vertex="1">
          <mxGeometry height="60" width="215" x="5568.87" y="1830" as="geometry" />
        </mxCell>
        <mxCell id="In8fDh9ZLN2M87an2Miy-95" edge="1" parent="1" source="In8fDh9ZLN2M87an2Miy-82" style="edgeStyle=orthogonalEdgeStyle;rounded=0;orthogonalLoop=1;jettySize=auto;html=1;" target="In8fDh9ZLN2M87an2Miy-94" value="">
          <mxGeometry relative="1" as="geometry" />
        </mxCell>
        <mxCell id="In8fDh9ZLN2M87an2Miy-82" parent="1" style="whiteSpace=wrap;html=1;" value="loan_application&lt;br&gt;next_retry_at = now + 5min" vertex="1">
          <mxGeometry height="60" width="170" x="5283.87" y="1890" as="geometry" />
        </mxCell>
        <mxCell id="In8fDh9ZLN2M87an2Miy-88" parent="1" style="whiteSpace=wrap;html=1;" value="create loan" vertex="1">
          <mxGeometry height="60" width="215" x="5568.87" y="2063.75" as="geometry" />
        </mxCell>
        <mxCell id="In8fDh9ZLN2M87an2Miy-94" parent="1" style="whiteSpace=wrap;html=1;" value="retry_count &amp;gt; 3&lt;br&gt;status = unknown" vertex="1">
          <mxGeometry height="60" width="120" x="5308.87" y="2010" as="geometry" />
        </mxCell>
        <mxCell id="In8fDh9ZLN2M87an2Miy-105" parent="1" style="rounded=0;whiteSpace=wrap;html=1;" value="Scheduler" vertex="1">
          <mxGeometry height="60" width="120" x="3119.5" y="1397.5" as="geometry" />
        </mxCell>
        <mxCell id="In8fDh9ZLN2M87an2Miy-127" edge="1" parent="1" source="In8fDh9ZLN2M87an2Miy-111" style="edgeStyle=orthogonalEdgeStyle;rounded=0;orthogonalLoop=1;jettySize=auto;html=1;" target="In8fDh9ZLN2M87an2Miy-126" value="">
          <mxGeometry relative="1" as="geometry" />
        </mxCell>
        <mxCell id="In8fDh9ZLN2M87an2Miy-135" edge="1" parent="1" source="In8fDh9ZLN2M87an2Miy-111" style="edgeStyle=orthogonalEdgeStyle;rounded=0;orthogonalLoop=1;jettySize=auto;html=1;entryX=0;entryY=0.5;entryDx=0;entryDy=0;" target="In8fDh9ZLN2M87an2Miy-222">
          <mxGeometry relative="1" as="geometry">
            <mxPoint x="4520" y="2280" as="targetPoint" />
          </mxGeometry>
        </mxCell>
        <mxCell id="In8fDh9ZLN2M87an2Miy-111" parent="1" style="rhombus;whiteSpace=wrap;html=1;" value="loan -&amp;gt; casa exists" vertex="1">
          <mxGeometry height="180" width="166.25" x="4219.5" y="2190" as="geometry" />
        </mxCell>
        <mxCell id="In8fDh9ZLN2M87an2Miy-113" parent="1" style="whiteSpace=wrap;html=1;" value="status = approved&lt;br&gt;processed_at = now&lt;br&gt;release held_amount&lt;br&gt;create loan" vertex="1">
          <mxGeometry height="72.5" width="130" x="5329.37" y="2243.75" as="geometry" />
        </mxCell>
        <mxCell id="In8fDh9ZLN2M87an2Miy-122" edge="1" parent="1" source="In8fDh9ZLN2M87an2Miy-118" style="edgeStyle=orthogonalEdgeStyle;rounded=0;orthogonalLoop=1;jettySize=auto;html=1;" target="In8fDh9ZLN2M87an2Miy-121" value="">
          <mxGeometry relative="1" as="geometry" />
        </mxCell>
        <mxCell id="In8fDh9ZLN2M87an2Miy-118" parent="1" style="whiteSpace=wrap;html=1;" value="row lock&lt;br&gt;loan_application" vertex="1">
          <mxGeometry height="60" width="120" x="4069.5" y="1402.5" as="geometry" />
        </mxCell>
        <mxCell id="In8fDh9ZLN2M87an2Miy-124" edge="1" parent="1" source="In8fDh9ZLN2M87an2Miy-121" style="edgeStyle=orthogonalEdgeStyle;rounded=0;orthogonalLoop=1;jettySize=auto;html=1;" target="In8fDh9ZLN2M87an2Miy-123" value="">
          <mxGeometry relative="1" as="geometry" />
        </mxCell>
        <mxCell id="In8fDh9ZLN2M87an2Miy-125" edge="1" parent="1" source="In8fDh9ZLN2M87an2Miy-121" style="edgeStyle=orthogonalEdgeStyle;rounded=0;orthogonalLoop=1;jettySize=auto;html=1;entryX=0.5;entryY=0;entryDx=0;entryDy=0;" target="In8fDh9ZLN2M87an2Miy-69">
          <mxGeometry relative="1" as="geometry" />
        </mxCell>
        <mxCell id="In8fDh9ZLN2M87an2Miy-121" parent="1" style="rhombus;whiteSpace=wrap;html=1;" value="processed_at &lt;br&gt;is not null" vertex="1">
          <mxGeometry height="115" width="110" x="4249.5" y="1375" as="geometry" />
        </mxCell>
        <mxCell id="In8fDh9ZLN2M87an2Miy-123" parent="1" style="whiteSpace=wrap;html=1;" value="skip processing" vertex="1">
          <mxGeometry height="60" width="120" x="4434.5" y="1402.5" as="geometry" />
        </mxCell>
        <mxCell id="In8fDh9ZLN2M87an2Miy-216" edge="1" parent="1" source="In8fDh9ZLN2M87an2Miy-126" style="edgeStyle=orthogonalEdgeStyle;rounded=0;orthogonalLoop=1;jettySize=auto;html=1;entryX=0.5;entryY=0;entryDx=0;entryDy=0;" target="In8fDh9ZLN2M87an2Miy-214">
          <mxGeometry relative="1" as="geometry" />
        </mxCell>
        <mxCell id="In8fDh9ZLN2M87an2Miy-126" parent="1" style="whiteSpace=wrap;html=1;" value="polaris&lt;br&gt;/loan/&lt;span style=&quot;white-space: pre-wrap; color: rgb(33, 33, 33); font-family: Inter, system-ui, -apple-system, &amp;quot;system-ui&amp;quot;, &amp;quot;Segoe UI&amp;quot;, Roboto, Oxygen, Ubuntu, Cantarell, &amp;quot;Fira Sans&amp;quot;, &amp;quot;Droid Sans&amp;quot;, Helvetica, Arial, sans-serif; text-align: left; background-color: rgb(255, 255, 255);&quot;&gt;grantLoanNonCash&lt;/span&gt;" vertex="1">
          <mxGeometry height="60" width="157.38" x="4223.93" y="2440" as="geometry" />
        </mxCell>
        <mxCell id="In8fDh9ZLN2M87an2Miy-130" parent="1" style="rounded=0;whiteSpace=wrap;html=1;fontSize=21;" value="WHERE TO TRIGGER CGW???" vertex="1">
          <mxGeometry height="290" width="450.63" x="5420" y="2815" as="geometry" />
        </mxCell>
        <mxCell id="In8fDh9ZLN2M87an2Miy-133" edge="1" parent="1" source="In8fDh9ZLN2M87an2Miy-131" style="edgeStyle=orthogonalEdgeStyle;rounded=0;orthogonalLoop=1;jettySize=auto;html=1;" target="In8fDh9ZLN2M87an2Miy-88" value="">
          <mxGeometry relative="1" as="geometry" />
        </mxCell>
        <mxCell id="In8fDh9ZLN2M87an2Miy-131" parent="1" style="whiteSpace=wrap;html=1;" value="processed_at = now" vertex="1">
          <mxGeometry height="60" width="120" x="5616.37" y="1942.5" as="geometry" />
        </mxCell>
        <mxCell id="In8fDh9ZLN2M87an2Miy-141" edge="1" parent="1" source="In8fDh9ZLN2M87an2Miy-134" style="edgeStyle=orthogonalEdgeStyle;rounded=0;orthogonalLoop=1;jettySize=auto;html=1;entryX=0;entryY=0.5;entryDx=0;entryDy=0;" target="In8fDh9ZLN2M87an2Miy-139">
          <mxGeometry relative="1" as="geometry" />
        </mxCell>
        <mxCell id="In8fDh9ZLN2M87an2Miy-145" edge="1" parent="1" source="In8fDh9ZLN2M87an2Miy-134" style="edgeStyle=orthogonalEdgeStyle;rounded=0;orthogonalLoop=1;jettySize=auto;html=1;" target="In8fDh9ZLN2M87an2Miy-144" value="">
          <mxGeometry relative="1" as="geometry" />
        </mxCell>
        <mxCell id="In8fDh9ZLN2M87an2Miy-134" parent="1" style="rhombus;whiteSpace=wrap;html=1;" value="casa -&amp;gt; domestic (CGW)&lt;br&gt;exists?" vertex="1">
          <mxGeometry height="180" width="190" x="4860" y="2190" as="geometry" />
        </mxCell>
        <mxCell id="In8fDh9ZLN2M87an2Miy-142" edge="1" parent="1" source="In8fDh9ZLN2M87an2Miy-139" style="edgeStyle=orthogonalEdgeStyle;rounded=0;orthogonalLoop=1;jettySize=auto;html=1;entryX=0;entryY=0.5;entryDx=0;entryDy=0;" target="In8fDh9ZLN2M87an2Miy-113">
          <mxGeometry relative="1" as="geometry" />
        </mxCell>
        <mxCell id="In8fDh9ZLN2M87an2Miy-227" edge="1" parent="1" source="In8fDh9ZLN2M87an2Miy-139" style="edgeStyle=orthogonalEdgeStyle;rounded=0;orthogonalLoop=1;jettySize=auto;html=1;entryX=1;entryY=0.5;entryDx=0;entryDy=0;" target="In8fDh9ZLN2M87an2Miy-225">
          <mxGeometry relative="1" as="geometry">
            <Array as="points">
              <mxPoint x="5196" y="2460" />
            </Array>
          </mxGeometry>
        </mxCell>
        <mxCell id="In8fDh9ZLN2M87an2Miy-139" parent="1" style="rhombus;whiteSpace=wrap;html=1;" value="casa -&amp;gt; domestic (CGW)&lt;br&gt;amount match" vertex="1">
          <mxGeometry height="180" width="172.5" x="5110" y="2190" as="geometry" />
        </mxCell>
        <mxCell id="In8fDh9ZLN2M87an2Miy-147" edge="1" parent="1" source="In8fDh9ZLN2M87an2Miy-144" style="edgeStyle=orthogonalEdgeStyle;rounded=0;orthogonalLoop=1;jettySize=auto;html=1;" target="In8fDh9ZLN2M87an2Miy-146" value="">
          <mxGeometry relative="1" as="geometry" />
        </mxCell>
        <mxCell id="In8fDh9ZLN2M87an2Miy-144" parent="1" style="whiteSpace=wrap;html=1;" value="Trigger CGW" vertex="1">
          <mxGeometry height="60" width="120" x="4895" y="2510" as="geometry" />
        </mxCell>
        <mxCell id="In8fDh9ZLN2M87an2Miy-148" edge="1" parent="1" source="In8fDh9ZLN2M87an2Miy-146" style="edgeStyle=orthogonalEdgeStyle;rounded=0;orthogonalLoop=1;jettySize=auto;html=1;entryX=0.5;entryY=1;entryDx=0;entryDy=0;" target="In8fDh9ZLN2M87an2Miy-113">
          <mxGeometry relative="1" as="geometry" />
        </mxCell>
        <mxCell id="In8fDh9ZLN2M87an2Miy-150" edge="1" parent="1" source="In8fDh9ZLN2M87an2Miy-146" style="edgeStyle=orthogonalEdgeStyle;rounded=0;orthogonalLoop=1;jettySize=auto;html=1;" target="In8fDh9ZLN2M87an2Miy-149" value="">
          <mxGeometry relative="1" as="geometry" />
        </mxCell>
        <mxCell id="In8fDh9ZLN2M87an2Miy-146" parent="1" style="rhombus;whiteSpace=wrap;html=1;" value="200" vertex="1">
          <mxGeometry height="80" width="80" x="5115" y="2500" as="geometry" />
        </mxCell>
        <mxCell id="In8fDh9ZLN2M87an2Miy-149" parent="1" style="whiteSpace=wrap;html=1;" value="next_retry_at = now + 5min" vertex="1">
          <mxGeometry height="60" width="155" x="5077.5" y="2650" as="geometry" />
        </mxCell>
        <mxCell id="In8fDh9ZLN2M87an2Miy-176" edge="1" parent="1" source="In8fDh9ZLN2M87an2Miy-152" style="edgeStyle=orthogonalEdgeStyle;rounded=0;orthogonalLoop=1;jettySize=auto;html=1;" target="In8fDh9ZLN2M87an2Miy-175" value="">
          <mxGeometry relative="1" as="geometry" />
        </mxCell>
        <mxCell id="In8fDh9ZLN2M87an2Miy-244" edge="1" parent="1" source="In8fDh9ZLN2M87an2Miy-152" style="edgeStyle=orthogonalEdgeStyle;rounded=0;orthogonalLoop=1;jettySize=auto;html=1;entryX=0;entryY=0.5;entryDx=0;entryDy=0;" target="In8fDh9ZLN2M87an2Miy-162">
          <mxGeometry relative="1" as="geometry" />
        </mxCell>
-         <mxCell id="In8fDh9ZLN2M87an2Miy-152" parent="1" style="rhombus;whiteSpace=wrap;html=1;" value="loan_application.amount &amp;lt;= line.available_amount" vertex="1">
+         <mxCell id="In8fDh9ZLN2M87an2Miy-152" parent="1" style="rhombus;whiteSpace=wrap;html=1;" value="loan_application.amount &amp;lt;= line.available_amount&lt;br&gt;(hold amount does &lt;br&gt;not exceed available)" vertex="1">
          <mxGeometry height="190" width="230" x="1000" y="1040" as="geometry" />
        </mxCell>
        <mxCell id="In8fDh9ZLN2M87an2Miy-158" edge="1" parent="1" source="In8fDh9ZLN2M87an2Miy-247" style="edgeStyle=orthogonalEdgeStyle;rounded=0;orthogonalLoop=1;jettySize=auto;html=1;entryX=0;entryY=0.5;entryDx=0;entryDy=0;exitX=0.989;exitY=0.096;exitDx=0;exitDy=0;exitPerimeter=0;" target="In8fDh9ZLN2M87an2Miy-157">
          <mxGeometry relative="1" as="geometry">
            <mxPoint x="2300" y="1137.5714285714284" as="sourcePoint" />
          </mxGeometry>
        </mxCell>
        <mxCell id="In8fDh9ZLN2M87an2Miy-177" edge="1" parent="1" style="edgeStyle=orthogonalEdgeStyle;rounded=0;orthogonalLoop=1;jettySize=auto;html=1;entryX=0;entryY=0.5;entryDx=0;entryDy=0;">
          <mxGeometry relative="1" as="geometry">
            <Array as="points">
              <mxPoint x="2410" y="1165" />
              <mxPoint x="2410" y="1425" />
            </Array>
            <mxPoint x="2400" y="1165" as="sourcePoint" />
            <mxPoint x="3119.5" y="1425" as="targetPoint" />
          </mxGeometry>
        </mxCell>
        <mxCell id="In8fDh9ZLN2M87an2Miy-192" connectable="0" parent="In8fDh9ZLN2M87an2Miy-177" style="edgeLabel;html=1;align=center;verticalAlign=middle;resizable=0;points=[];" value="return warning?,&lt;br&gt;row is now scheduler&#39;s task&lt;div&gt;&lt;br&gt;&lt;/div&gt;" vertex="1">
          <mxGeometry relative="1" x="-0.7641" as="geometry">
            <mxPoint y="1" as="offset" />
          </mxGeometry>
        </mxCell>
        <mxCell id="In8fDh9ZLN2M87an2Miy-157" parent="1" style="rhombus;whiteSpace=wrap;html=1;" value="all&lt;br&gt;200" vertex="1">
          <mxGeometry height="80" width="80" x="2370" y="1097.5" as="geometry" />
        </mxCell>
        <mxCell id="In8fDh9ZLN2M87an2Miy-243" edge="1" parent="1" source="In8fDh9ZLN2M87an2Miy-161" style="edgeStyle=orthogonalEdgeStyle;rounded=0;orthogonalLoop=1;jettySize=auto;html=1;entryX=0;entryY=0.5;entryDx=0;entryDy=0;" target="In8fDh9ZLN2M87an2Miy-152">
          <mxGeometry relative="1" as="geometry" />
        </mxCell>
        <mxCell id="In8fDh9ZLN2M87an2Miy-161" parent="1" style="rounded=0;whiteSpace=wrap;html=1;" value="loan account row lock" vertex="1">
          <mxGeometry height="60" width="145" x="735" y="1105" as="geometry" />
        </mxCell>
        <mxCell id="In8fDh9ZLN2M87an2Miy-165" edge="1" parent="1" source="In8fDh9ZLN2M87an2Miy-162" style="edgeStyle=orthogonalEdgeStyle;rounded=0;orthogonalLoop=1;jettySize=auto;html=1;" target="In8fDh9ZLN2M87an2Miy-12">
          <mxGeometry relative="1" as="geometry" />
        </mxCell>
        <mxCell id="In8fDh9ZLN2M87an2Miy-162" parent="1" style="rounded=0;whiteSpace=wrap;html=1;" value="&lt;span style=&quot;font-weight: 700; text-align: left;&quot;&gt;ROWLOCK - loan_limits.held_amount += amount&lt;/span&gt;" vertex="1">
          <mxGeometry height="60" width="215" x="1345" y="1105" as="geometry" />
        </mxCell>
        <mxCell id="In8fDh9ZLN2M87an2Miy-184" edge="1" parent="1" source="In8fDh9ZLN2M87an2Miy-166" style="edgeStyle=orthogonalEdgeStyle;rounded=0;orthogonalLoop=1;jettySize=auto;html=1;" target="In8fDh9ZLN2M87an2Miy-183" value="">
          <mxGeometry relative="1" as="geometry" />
        </mxCell>
        <mxCell id="In8fDh9ZLN2M87an2Miy-166" parent="1" style="swimlane;fontStyle=0;childLayout=stackLayout;horizontal=1;startSize=30;horizontalStack=0;resizeParent=1;resizeParentMax=0;resizeLast=0;collapsible=1;marginBottom=0;whiteSpace=wrap;html=1;" value="Loan issued" vertex="1">
          <mxGeometry height="150" width="210" x="2590" y="1115" as="geometry" />
        </mxCell>
        <mxCell id="In8fDh9ZLN2M87an2Miy-167" parent="In8fDh9ZLN2M87an2Miy-166" style="text;strokeColor=none;fillColor=none;align=left;verticalAlign=middle;spacingLeft=4;spacingRight=4;overflow=hidden;points=[[0,0.5],[1,0.5]];portConstraint=eastwest;rotatable=0;whiteSpace=wrap;html=1;" value="loan_application = approved" vertex="1">
          <mxGeometry height="30" width="210" y="30" as="geometry" />
        </mxCell>
        <mxCell id="In8fDh9ZLN2M87an2Miy-168" parent="In8fDh9ZLN2M87an2Miy-166" style="text;strokeColor=none;fillColor=none;align=left;verticalAlign=middle;spacingLeft=4;spacingRight=4;overflow=hidden;points=[[0,0.5],[1,0.5]];portConstraint=eastwest;rotatable=0;whiteSpace=wrap;html=1;" value="create loan" vertex="1">
          <mxGeometry height="30" width="210" y="60" as="geometry" />
        </mxCell>
        <mxCell id="In8fDh9ZLN2M87an2Miy-169" parent="In8fDh9ZLN2M87an2Miy-166" style="text;strokeColor=none;fillColor=none;align=left;verticalAlign=middle;spacingLeft=4;spacingRight=4;overflow=hidden;points=[[0,0.5],[1,0.5]];portConstraint=eastwest;rotatable=0;whiteSpace=wrap;html=1;" value="release lock" vertex="1">
          <mxGeometry height="30" width="210" y="90" as="geometry" />
        </mxCell>
        <mxCell id="In8fDh9ZLN2M87an2Miy-191" parent="In8fDh9ZLN2M87an2Miy-166" style="text;strokeColor=none;fillColor=none;align=left;verticalAlign=middle;spacingLeft=4;spacingRight=4;overflow=hidden;points=[[0,0.5],[1,0.5]];portConstraint=eastwest;rotatable=0;whiteSpace=wrap;html=1;" value="processed_at = now" vertex="1">
          <mxGeometry height="30" width="210" y="120" as="geometry" />
        </mxCell>
        <mxCell id="In8fDh9ZLN2M87an2Miy-170" edge="1" parent="1" source="In8fDh9ZLN2M87an2Miy-157" style="edgeStyle=orthogonalEdgeStyle;rounded=0;orthogonalLoop=1;jettySize=auto;html=1;entryX=0.003;entryY=0.156;entryDx=0;entryDy=0;entryPerimeter=0;" target="In8fDh9ZLN2M87an2Miy-166">
          <mxGeometry relative="1" as="geometry" />
        </mxCell>
        <mxCell id="In8fDh9ZLN2M87an2Miy-174" parent="1" style="text;html=1;whiteSpace=wrap;strokeColor=none;fillColor=none;align=center;verticalAlign=middle;rounded=0;" value="&lt;div style=&quot;background-color:#ffffff;color:#080808&quot;&gt;&lt;pre style=&quot;font-family:&#39;JetBrains Mono&#39;,monospace;font-size:9.8pt;&quot;&gt;&lt;span style=&quot;color:#9e880d;&quot;&gt;@Transactional&lt;/span&gt;(propagation = &lt;span style=&quot;color:#000000;&quot;&gt;Propagation&lt;/span&gt;.&lt;span style=&quot;color:#871094;font-style:italic;&quot;&gt;REQUIRES_NEW&lt;/span&gt;)&lt;/pre&gt;&lt;/div&gt;" vertex="1">
          <mxGeometry height="30" width="240" x="1010" y="980" as="geometry" />
        </mxCell>
        <mxCell id="In8fDh9ZLN2M87an2Miy-175" parent="1" style="whiteSpace=wrap;html=1;" value="Rollback, return error" vertex="1">
          <mxGeometry height="60" width="132.5" x="1048.75" y="1352.5" as="geometry" />
        </mxCell>
        <mxCell id="In8fDh9ZLN2M87an2Miy-186" edge="1" parent="1" source="In8fDh9ZLN2M87an2Miy-183" style="edgeStyle=orthogonalEdgeStyle;rounded=0;orthogonalLoop=1;jettySize=auto;html=1;" target="In8fDh9ZLN2M87an2Miy-185" value="">
          <mxGeometry relative="1" as="geometry" />
        </mxCell>
        <mxCell id="In8fDh9ZLN2M87an2Miy-187" edge="1" parent="1" source="In8fDh9ZLN2M87an2Miy-183" style="edgeStyle=orthogonalEdgeStyle;rounded=0;orthogonalLoop=1;jettySize=auto;html=1;" target="In8fDh9ZLN2M87an2Miy-105">
          <mxGeometry relative="1" as="geometry">
            <Array as="points">
              <mxPoint x="2995" y="1427" />
            </Array>
          </mxGeometry>
        </mxCell>
        <mxCell id="In8fDh9ZLN2M87an2Miy-195" connectable="0" parent="In8fDh9ZLN2M87an2Miy-187" style="edgeLabel;html=1;align=center;verticalAlign=middle;resizable=0;points=[];" value="return warning?,&lt;br&gt;row is now scheduler&#39;s task&lt;div&gt;&lt;br&gt;&lt;/div&gt;" vertex="1">
          <mxGeometry relative="1" x="-0.5656" y="1" as="geometry">
            <mxPoint as="offset" />
          </mxGeometry>
        </mxCell>
        <mxCell id="In8fDh9ZLN2M87an2Miy-183" parent="1" style="rhombus;whiteSpace=wrap;html=1;fontStyle=0;startSize=30;horizontal=1;" value="db transaction success?" vertex="1">
          <mxGeometry height="135" width="130" x="2930" y="1122.5" as="geometry" />
        </mxCell>
        <mxCell id="In8fDh9ZLN2M87an2Miy-185" parent="1" style="whiteSpace=wrap;html=1;fontStyle=0;startSize=30;horizontal=1;" value="return success to client" vertex="1">
          <mxGeometry height="60" width="120" x="3145" y="1160" as="geometry" />
        </mxCell>
        <mxCell id="In8fDh9ZLN2M87an2Miy-189" parent="1" style="text;html=1;whiteSpace=wrap;strokeColor=none;fillColor=none;align=center;verticalAlign=middle;rounded=0;fontSize=26;" value="&lt;div style=&quot;background-color:#ffffff;color:#080808&quot;&gt;&lt;pre style=&quot;font-family: &amp;quot;JetBrains Mono&amp;quot;, monospace;&quot;&gt;&lt;span style=&quot;color:#9e880d;&quot;&gt;@Transactional&lt;/span&gt;(propagation = &lt;span style=&quot;color:#000000;&quot;&gt;Propagation&lt;/span&gt;.&lt;span style=&quot;color:#871094;font-style:italic;&quot;&gt;REQUIRES_NEW&lt;/span&gt;)&lt;/pre&gt;&lt;/div&gt;" vertex="1">
          <mxGeometry height="30" width="240" x="4918.87" y="1265" as="geometry" />
        </mxCell>
        <mxCell id="In8fDh9ZLN2M87an2Miy-198" parent="1" style="text;html=1;whiteSpace=wrap;strokeColor=none;fillColor=none;align=center;verticalAlign=middle;rounded=0;fontSize=32;" value="BNPL request flow" vertex="1">
          <mxGeometry height="30" width="470" x="-80" y="2930" as="geometry" />
        </mxCell>
        <mxCell id="In8fDh9ZLN2M87an2Miy-199" edge="1" parent="1" source="In8fDh9ZLN2M87an2Miy-200" style="edgeStyle=orthogonalEdgeStyle;rounded=0;orthogonalLoop=1;jettySize=auto;html=1;" target="In8fDh9ZLN2M87an2Miy-202" value="">
          <mxGeometry relative="1" as="geometry" />
        </mxCell>
        <mxCell id="In8fDh9ZLN2M87an2Miy-200" parent="1" style="shape=umlActor;verticalLabelPosition=bottom;verticalAlign=top;html=1;outlineConnect=0;" value="Actor" vertex="1">
          <mxGeometry height="60" width="30" x="20" y="3135" as="geometry" />
        </mxCell>
        <mxCell id="In8fDh9ZLN2M87an2Miy-201" edge="1" parent="1" source="In8fDh9ZLN2M87an2Miy-202" style="edgeStyle=orthogonalEdgeStyle;rounded=0;orthogonalLoop=1;jettySize=auto;html=1;entryX=0.011;entryY=0.06;entryDx=0;entryDy=0;entryPerimeter=0;" target="In8fDh9ZLN2M87an2Miy-209" value="">
          <mxGeometry relative="1" as="geometry">
            <mxPoint x="440" y="3165" as="targetPoint" />
          </mxGeometry>
        </mxCell>
        <mxCell id="In8fDh9ZLN2M87an2Miy-202" parent="1" style="whiteSpace=wrap;html=1;verticalAlign=top;" value="&lt;div&gt;&lt;br&gt;&lt;/div&gt;&lt;div&gt;One tap loan&lt;/div&gt;" vertex="1">
          <mxGeometry height="60" width="120" x="230" y="3135" as="geometry" />
        </mxCell>
        <mxCell id="In8fDh9ZLN2M87an2Miy-203" edge="1" parent="1" source="In8fDh9ZLN2M87an2Miy-205" style="edgeStyle=orthogonalEdgeStyle;rounded=0;orthogonalLoop=1;jettySize=auto;html=1;" target="In8fDh9ZLN2M87an2Miy-206" value="">
          <mxGeometry relative="1" as="geometry" />
        </mxCell>
        <mxCell id="In8fDh9ZLN2M87an2Miy-204" connectable="0" parent="In8fDh9ZLN2M87an2Miy-203" style="edgeLabel;html=1;align=center;verticalAlign=middle;resizable=0;points=[];" value="0" vertex="1">
          <mxGeometry relative="1" x="-0.2091" y="-1" as="geometry">
            <mxPoint as="offset" />
          </mxGeometry>
        </mxCell>
        <mxCell id="In8fDh9ZLN2M87an2Miy-213" edge="1" parent="1" source="In8fDh9ZLN2M87an2Miy-205" style="edgeStyle=orthogonalEdgeStyle;rounded=0;orthogonalLoop=1;jettySize=auto;html=1;" target="In8fDh9ZLN2M87an2Miy-212" value="">
          <mxGeometry relative="1" as="geometry" />
        </mxCell>
        <mxCell id="In8fDh9ZLN2M87an2Miy-205" parent="1" style="rhombus;whiteSpace=wrap;html=1;verticalAlign=top;" value="&lt;br&gt;&lt;br&gt;&lt;div&gt;&lt;br&gt;&lt;/div&gt;&lt;div&gt;Loan validation&lt;br&gt;success&lt;/div&gt;" vertex="1">
          <mxGeometry height="120" width="140" x="720" y="3105" as="geometry" />
        </mxCell>
        <mxCell id="In8fDh9ZLN2M87an2Miy-206" parent="1" style="whiteSpace=wrap;html=1;verticalAlign=middle;" value="Return err message" vertex="1">
          <mxGeometry height="60" width="120" x="730" y="3305" as="geometry" />
        </mxCell>
        <mxCell id="In8fDh9ZLN2M87an2Miy-207" edge="1" parent="1" source="In8fDh9ZLN2M87an2Miy-208" style="edgeStyle=orthogonalEdgeStyle;rounded=0;orthogonalLoop=1;jettySize=auto;html=1;entryX=0;entryY=0.5;entryDx=0;entryDy=0;" target="In8fDh9ZLN2M87an2Miy-205">
          <mxGeometry relative="1" as="geometry" />
        </mxCell>
        <mxCell id="In8fDh9ZLN2M87an2Miy-208" parent="1" style="swimlane;fontStyle=0;childLayout=stackLayout;horizontal=1;startSize=30;horizontalStack=0;resizeParent=1;resizeParentMax=0;resizeLast=0;collapsible=1;marginBottom=0;whiteSpace=wrap;html=1;" value="Validations" vertex="1">
          <mxGeometry height="120" width="140" x="460" y="3135" as="geometry" />
        </mxCell>
        <mxCell id="In8fDh9ZLN2M87an2Miy-209" parent="In8fDh9ZLN2M87an2Miy-208" style="text;strokeColor=none;fillColor=none;align=left;verticalAlign=middle;spacingLeft=4;spacingRight=4;overflow=hidden;points=[[0,0.5],[1,0.5]];portConstraint=eastwest;rotatable=0;whiteSpace=wrap;html=1;" value="user status" vertex="1">
          <mxGeometry height="30" width="140" y="30" as="geometry" />
        </mxCell>
        <mxCell id="In8fDh9ZLN2M87an2Miy-210" parent="In8fDh9ZLN2M87an2Miy-208" style="text;strokeColor=none;fillColor=none;align=left;verticalAlign=middle;spacingLeft=4;spacingRight=4;overflow=hidden;points=[[0,0.5],[1,0.5]];portConstraint=eastwest;rotatable=0;whiteSpace=wrap;html=1;" value="kyc status" vertex="1">
          <mxGeometry height="30" width="140" y="60" as="geometry" />
        </mxCell>
        <mxCell id="In8fDh9ZLN2M87an2Miy-211" parent="In8fDh9ZLN2M87an2Miy-208" style="text;strokeColor=none;fillColor=none;align=left;verticalAlign=middle;spacingLeft=4;spacingRight=4;overflow=hidden;points=[[0,0.5],[1,0.5]];portConstraint=eastwest;rotatable=0;whiteSpace=wrap;html=1;" value="loan limit status" vertex="1">
          <mxGeometry height="30" width="140" y="90" as="geometry" />
        </mxCell>
        <mxCell id="In8fDh9ZLN2M87an2Miy-212" parent="1" style="whiteSpace=wrap;html=1;verticalAlign=middle;" value="Same as one-tap ??" vertex="1">
          <mxGeometry height="60" width="120" x="950" y="3135" as="geometry" />
        </mxCell>
        <mxCell id="In8fDh9ZLN2M87an2Miy-218" edge="1" parent="1" source="In8fDh9ZLN2M87an2Miy-214" style="edgeStyle=orthogonalEdgeStyle;rounded=0;orthogonalLoop=1;jettySize=auto;html=1;entryX=0;entryY=0.5;entryDx=0;entryDy=0;" target="In8fDh9ZLN2M87an2Miy-134">
          <mxGeometry relative="1" as="geometry">
            <Array as="points">
              <mxPoint x="4860" y="2630" />
            </Array>
          </mxGeometry>
        </mxCell>
        <mxCell id="In8fDh9ZLN2M87an2Miy-221" edge="1" parent="1" source="In8fDh9ZLN2M87an2Miy-214" style="edgeStyle=orthogonalEdgeStyle;rounded=0;orthogonalLoop=1;jettySize=auto;html=1;entryX=0;entryY=0.5;entryDx=0;entryDy=0;" target="In8fDh9ZLN2M87an2Miy-149">
          <mxGeometry relative="1" as="geometry">
            <Array as="points">
              <mxPoint x="4303" y="2680" />
            </Array>
          </mxGeometry>
        </mxCell>
        <mxCell id="In8fDh9ZLN2M87an2Miy-214" parent="1" style="rhombus;whiteSpace=wrap;html=1;" value="200" vertex="1">
          <mxGeometry height="80" width="80" x="4262.62" y="2590" as="geometry" />
        </mxCell>
        <mxCell id="In8fDh9ZLN2M87an2Miy-223" edge="1" parent="1" source="In8fDh9ZLN2M87an2Miy-222" style="edgeStyle=orthogonalEdgeStyle;rounded=0;orthogonalLoop=1;jettySize=auto;html=1;" target="In8fDh9ZLN2M87an2Miy-134">
          <mxGeometry relative="1" as="geometry" />
        </mxCell>
        <mxCell id="In8fDh9ZLN2M87an2Miy-226" edge="1" parent="1" source="In8fDh9ZLN2M87an2Miy-222" style="edgeStyle=orthogonalEdgeStyle;rounded=0;orthogonalLoop=1;jettySize=auto;html=1;" target="In8fDh9ZLN2M87an2Miy-225" value="">
          <mxGeometry relative="1" as="geometry" />
        </mxCell>
        <mxCell id="In8fDh9ZLN2M87an2Miy-222" parent="1" style="rhombus;whiteSpace=wrap;html=1;" value="loan -&amp;gt; casa &lt;br&gt;amount match" vertex="1">
          <mxGeometry height="156.25" width="155" x="4561.37" y="2201.88" as="geometry" />
        </mxCell>
        <mxCell id="In8fDh9ZLN2M87an2Miy-225" parent="1" style="whiteSpace=wrap;html=1;" value="status = manual_review??" vertex="1">
          <mxGeometry height="60" width="120" x="4578.87" y="2429.995" as="geometry" />
        </mxCell>
        <mxCell id="In8fDh9ZLN2M87an2Miy-234" edge="1" parent="1" source="In8fDh9ZLN2M87an2Miy-228" style="edgeStyle=orthogonalEdgeStyle;rounded=0;orthogonalLoop=1;jettySize=auto;html=1;" target="In8fDh9ZLN2M87an2Miy-233" value="">
          <mxGeometry relative="1" as="geometry" />
        </mxCell>
        <mxCell id="In8fDh9ZLN2M87an2Miy-245" edge="1" parent="1" source="In8fDh9ZLN2M87an2Miy-228" style="edgeStyle=orthogonalEdgeStyle;rounded=0;orthogonalLoop=1;jettySize=auto;html=1;entryX=0;entryY=0.5;entryDx=0;entryDy=0;" target="In8fDh9ZLN2M87an2Miy-161">
          <mxGeometry relative="1" as="geometry" />
        </mxCell>
        <mxCell id="In8fDh9ZLN2M87an2Miy-228" parent="1" style="rhombus;whiteSpace=wrap;html=1;" value="Polaris&lt;br&gt;/line/&lt;span style=&quot;color: rgb(33, 33, 33); font-family: Inter, system-ui, -apple-system, &amp;quot;system-ui&amp;quot;, &amp;quot;Segoe UI&amp;quot;, Roboto, Oxygen, Ubuntu, Cantarell, &amp;quot;Fira Sans&amp;quot;, &amp;quot;Droid Sans&amp;quot;, Helvetica, Arial, sans-serif; text-align: left; white-space: pre-wrap; background-color: rgb(255, 255, 255);&quot;&gt;getAccountDetail&lt;/span&gt;&lt;br&gt;200" vertex="1">
          <mxGeometry height="225" width="260" x="190" y="1020" as="geometry" />
        </mxCell>
        <mxCell id="In8fDh9ZLN2M87an2Miy-236" edge="1" parent="1" source="In8fDh9ZLN2M87an2Miy-233" style="edgeStyle=orthogonalEdgeStyle;rounded=0;orthogonalLoop=1;jettySize=auto;html=1;" target="In8fDh9ZLN2M87an2Miy-235" value="">
          <mxGeometry relative="1" as="geometry" />
        </mxCell>
        <mxCell id="In8fDh9ZLN2M87an2Miy-242" edge="1" parent="1" source="In8fDh9ZLN2M87an2Miy-233" style="edgeStyle=orthogonalEdgeStyle;rounded=0;orthogonalLoop=1;jettySize=auto;html=1;entryX=0;entryY=0.5;entryDx=0;entryDy=0;" target="In8fDh9ZLN2M87an2Miy-241" value="">
          <mxGeometry relative="1" as="geometry">
            <mxPoint x="390" y="1372.5" as="targetPoint" />
          </mxGeometry>
        </mxCell>
        <mxCell id="In8fDh9ZLN2M87an2Miy-233" parent="1" style="rhombus;whiteSpace=wrap;html=1;" value="501" vertex="1">
          <mxGeometry height="80" width="80" x="280" y="1332.5" as="geometry" />
        </mxCell>
        <mxCell id="In8fDh9ZLN2M87an2Miy-238" edge="1" parent="1" source="In8fDh9ZLN2M87an2Miy-235" style="edgeStyle=orthogonalEdgeStyle;rounded=0;orthogonalLoop=1;jettySize=auto;html=1;entryX=0;entryY=0.5;entryDx=0;entryDy=0;" target="In8fDh9ZLN2M87an2Miy-237" value="">
          <mxGeometry relative="1" as="geometry">
            <mxPoint x="460" y="1555" as="targetPoint" />
          </mxGeometry>
        </mxCell>
        <mxCell id="In8fDh9ZLN2M87an2Miy-240" edge="1" parent="1" source="In8fDh9ZLN2M87an2Miy-235" style="edgeStyle=orthogonalEdgeStyle;rounded=0;orthogonalLoop=1;jettySize=auto;html=1;" target="In8fDh9ZLN2M87an2Miy-239" value="">
          <mxGeometry relative="1" as="geometry" />
        </mxCell>
        <mxCell id="In8fDh9ZLN2M87an2Miy-235" parent="1" style="rhombus;whiteSpace=wrap;html=1;" value="timeout, http err" vertex="1">
          <mxGeometry height="125" width="120" x="260" y="1492.5" as="geometry" />
        </mxCell>
        <mxCell id="In8fDh9ZLN2M87an2Miy-237" parent="1" style="whiteSpace=wrap;html=1;" value="return err msg&lt;br&gt;try again" vertex="1">
          <mxGeometry height="60" width="120" x="480" y="1525" as="geometry" />
        </mxCell>
        <mxCell id="In8fDh9ZLN2M87an2Miy-239" parent="1" style="whiteSpace=wrap;html=1;" value="return err msg&lt;br&gt;try again?" vertex="1">
          <mxGeometry height="60" width="120" x="260" y="1730" as="geometry" />
        </mxCell>
        <mxCell id="In8fDh9ZLN2M87an2Miy-241" parent="1" style="whiteSpace=wrap;html=1;" value="return err msg" vertex="1">
          <mxGeometry height="60" width="120" x="460" y="1345" as="geometry" />
        </mxCell>
        <mxCell id="In8fDh9ZLN2M87an2Miy-247" parent="1" style="swimlane;fontStyle=0;childLayout=stackLayout;horizontal=1;startSize=30;horizontalStack=0;resizeParent=1;resizeParentMax=0;resizeLast=0;collapsible=1;marginBottom=0;whiteSpace=wrap;html=1;" value="Call Polaris APIs in order:" vertex="1">
          <mxGeometry height="210" width="270" x="2050" y="1115" as="geometry" />
        </mxCell>
        <mxCell id="In8fDh9ZLN2M87an2Miy-248" parent="In8fDh9ZLN2M87an2Miy-247" style="text;strokeColor=none;fillColor=none;align=left;verticalAlign=middle;spacingLeft=4;spacingRight=4;overflow=hidden;points=[[0,0.5],[1,0.5]];portConstraint=eastwest;rotatable=0;whiteSpace=wrap;html=1;" value="&lt;span style=&quot;text-align: center;&quot;&gt;/loan/createAccount - no retry&lt;/span&gt;" vertex="1">
          <mxGeometry height="30" width="270" y="30" as="geometry" />
        </mxCell>
        <mxCell id="In8fDh9ZLN2M87an2Miy-250" parent="In8fDh9ZLN2M87an2Miy-247" style="text;strokeColor=none;fillColor=none;align=left;verticalAlign=middle;spacingLeft=4;spacingRight=4;overflow=hidden;points=[[0,0.5],[1,0.5]];portConstraint=eastwest;rotatable=0;whiteSpace=wrap;html=1;" value="&lt;span style=&quot;text-align: center;&quot;&gt;/loan/&lt;/span&gt;&lt;span style=&quot;background-color: rgb(252, 246, 219); color: rgb(0, 0, 0); font-family: &amp;quot;Anonymous Pro&amp;quot;, Menlo, Consolas, &amp;quot;Bitstream Vera Sans Mono&amp;quot;, &amp;quot;Courier New&amp;quot;, monospace; font-size: 0.9em;&quot;&gt;createNrsSchedule - retry&lt;/span&gt;" vertex="1">
          <mxGeometry height="30" width="270" y="60" as="geometry" />
        </mxCell>
        <mxCell id="In8fDh9ZLN2M87an2Miy-257" parent="In8fDh9ZLN2M87an2Miy-247" style="text;strokeColor=none;fillColor=none;align=left;verticalAlign=middle;spacingLeft=4;spacingRight=4;overflow=hidden;points=[[0,0.5],[1,0.5]];portConstraint=eastwest;rotatable=0;whiteSpace=wrap;html=1;" value="&lt;span style=&quot;text-align: center;&quot;&gt;/loan/openAccount - retry&lt;/span&gt;" vertex="1">
          <mxGeometry height="30" width="270" y="90" as="geometry" />
        </mxCell>
        <mxCell id="In8fDh9ZLN2M87an2Miy-251" parent="In8fDh9ZLN2M87an2Miy-247" style="text;strokeColor=none;fillColor=none;align=left;verticalAlign=middle;spacingLeft=4;spacingRight=4;overflow=hidden;points=[[0,0.5],[1,0.5]];portConstraint=eastwest;rotatable=0;whiteSpace=wrap;html=1;" value="&lt;span style=&quot;font-family: &amp;quot;Anonymous Pro&amp;quot;, Menlo, Consolas, &amp;quot;Bitstream Vera Sans Mono&amp;quot;, &amp;quot;Courier New&amp;quot;, monospace; font-size: 10.8px; white-space: pre-wrap;&quot;&gt;&lt;font style=&quot;color: light-dark(rgb(237, 237, 237), rgb(255, 255, 255));&quot;&gt;/line/linkLineAccountToLoan - retry?&lt;/font&gt;&lt;/span&gt;" vertex="1">
          <mxGeometry height="30" width="270" y="120" as="geometry" />
        </mxCell>
        <mxCell id="In8fDh9ZLN2M87an2Miy-256" parent="In8fDh9ZLN2M87an2Miy-247" style="text;strokeColor=none;fillColor=none;align=left;verticalAlign=middle;spacingLeft=4;spacingRight=4;overflow=hidden;points=[[0,0.5],[1,0.5]];portConstraint=eastwest;rotatable=0;whiteSpace=wrap;html=1;" value="&lt;span style=&quot;text-align: center;&quot;&gt;/loan/&lt;/span&gt;&lt;span style=&quot;white-space: pre-wrap; color: rgb(33, 33, 33); font-family: Inter, system-ui, -apple-system, &amp;quot;system-ui&amp;quot;, &amp;quot;Segoe UI&amp;quot;, Roboto, Oxygen, Ubuntu, Cantarell, &amp;quot;Fira Sans&amp;quot;, &amp;quot;Droid Sans&amp;quot;, Helvetica, Arial, sans-serif; background-color: rgb(255, 255, 255);&quot;&gt;grantLoanNonCash - retry&lt;/span&gt;" vertex="1">
          <mxGeometry height="30" width="270" y="150" as="geometry" />
        </mxCell>
        <mxCell id="In8fDh9ZLN2M87an2Miy-255" parent="In8fDh9ZLN2M87an2Miy-247" style="text;strokeColor=none;fillColor=none;align=left;verticalAlign=middle;spacingLeft=4;spacingRight=4;overflow=hidden;points=[[0,0.5],[1,0.5]];portConstraint=eastwest;rotatable=0;whiteSpace=wrap;html=1;" value="&lt;font face=&quot;Inter, system-ui, -apple-system, system-ui, Segoe UI, Roboto, Oxygen, Ubuntu, Cantarell, Fira Sans, Droid Sans, Helvetica, Arial, sans-serif&quot; style=&quot;color: light-dark(rgb(188, 188, 188), rgb(255, 255, 255));&quot;&gt;&lt;span style=&quot;white-space-collapse: preserve;&quot;&gt;CGW Trigger - no retry&lt;/span&gt;&lt;/font&gt;" vertex="1">
          <mxGeometry height="30" width="270" y="180" as="geometry" />
        </mxCell>
      </root>
    </mxGraphModel>
  </diagram>
</mxfile>
